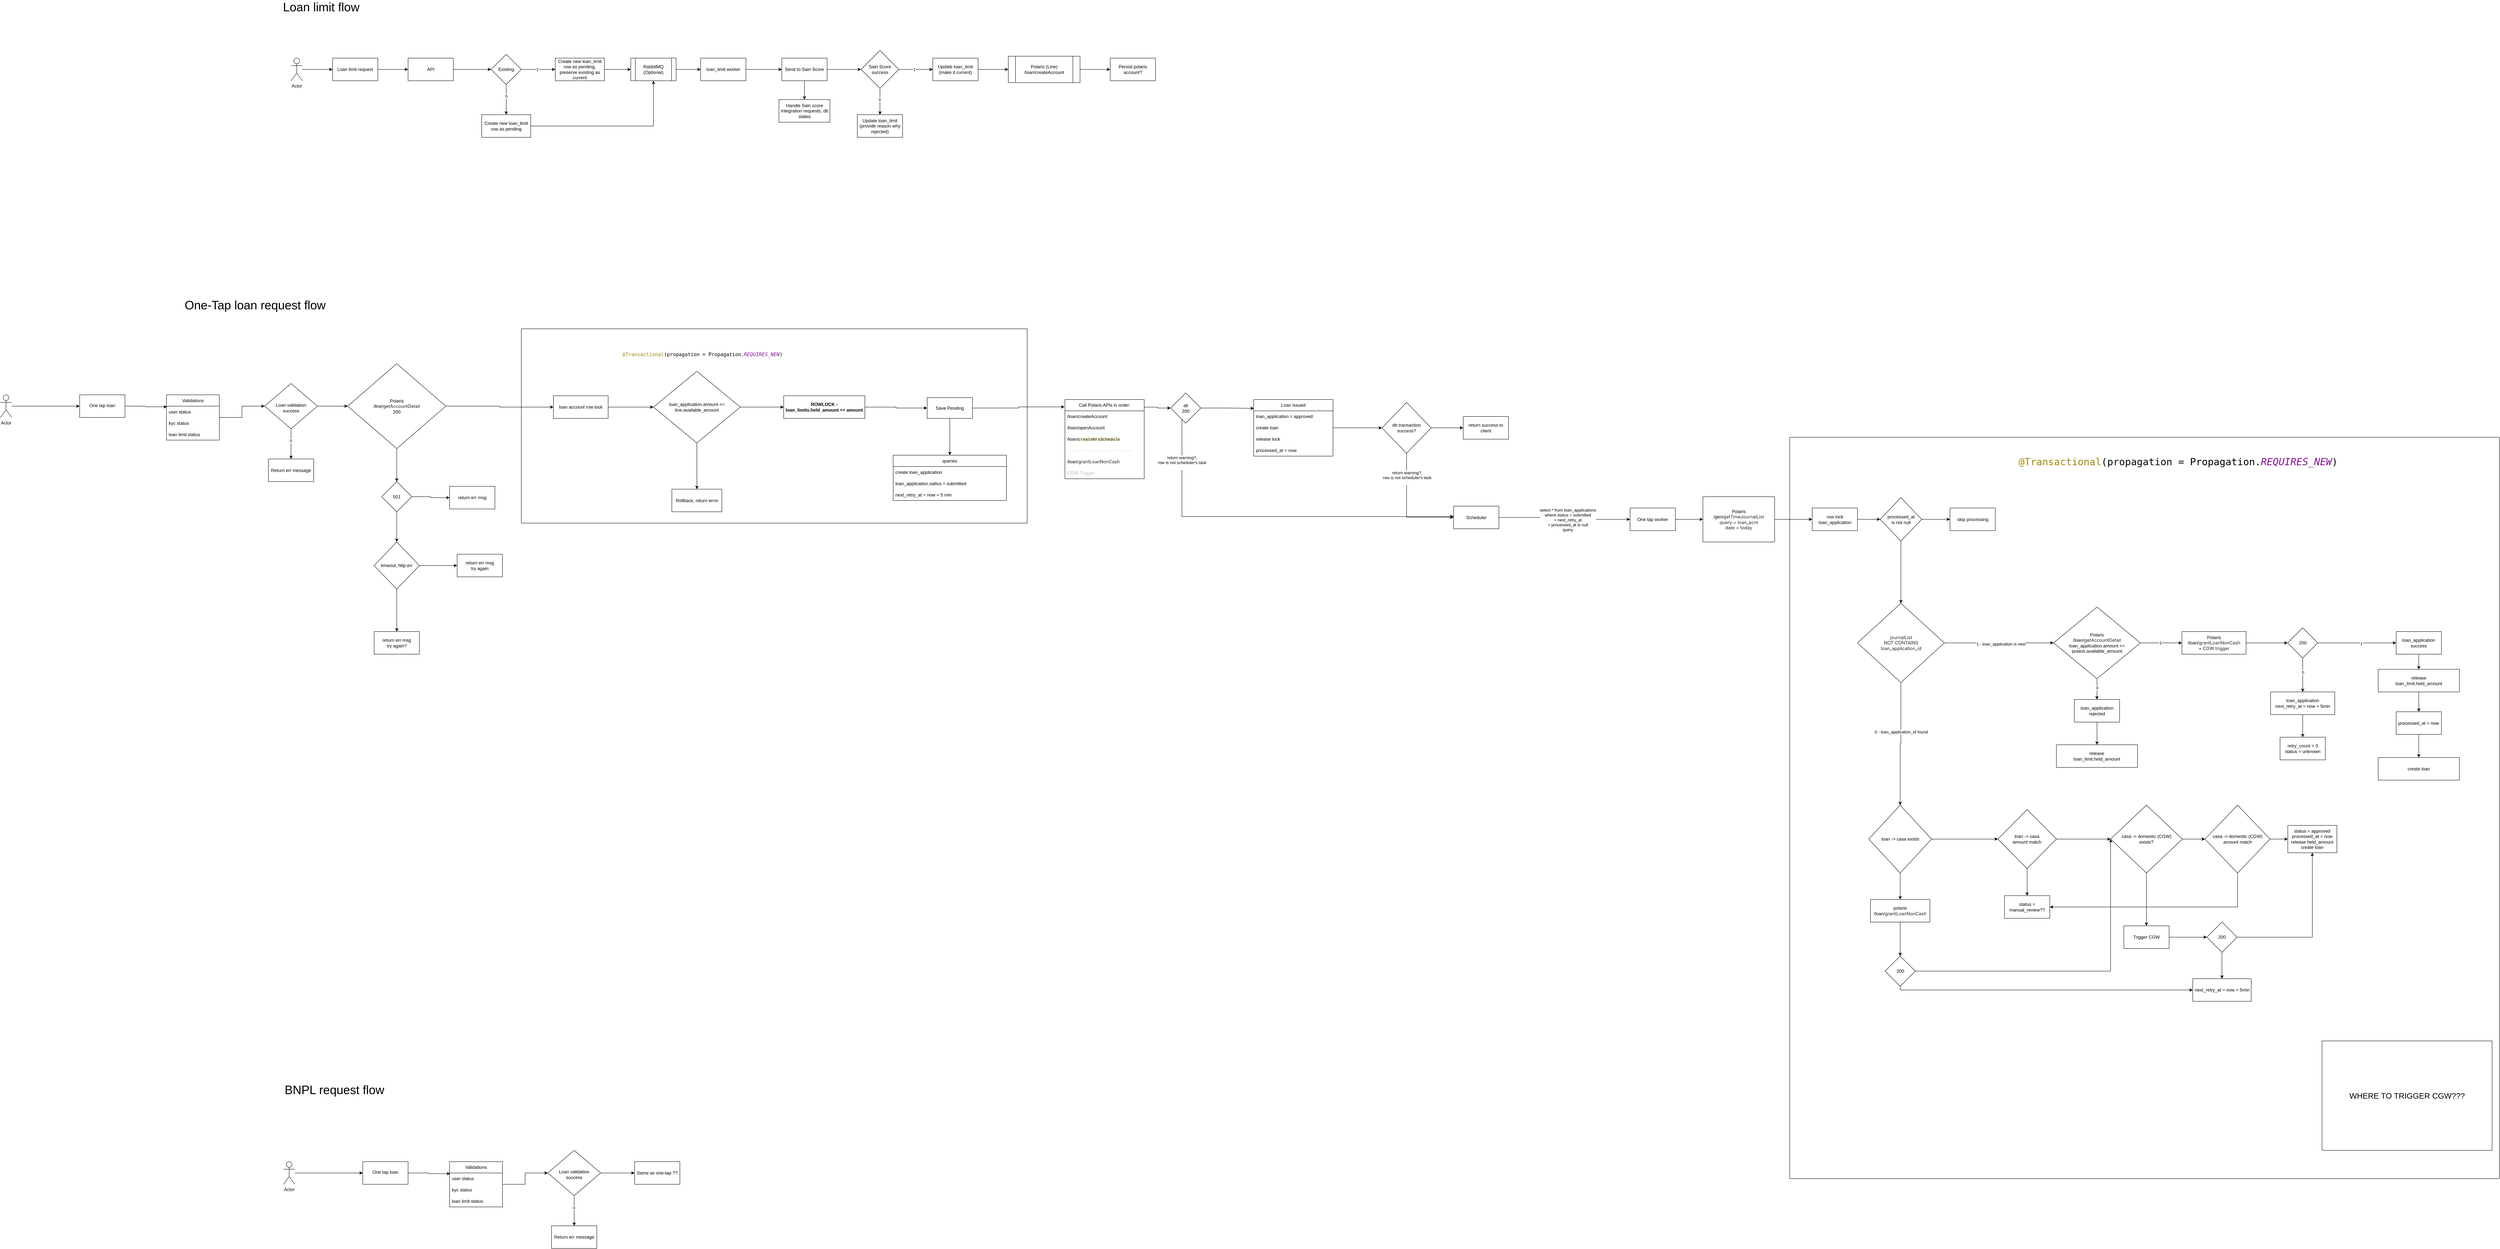
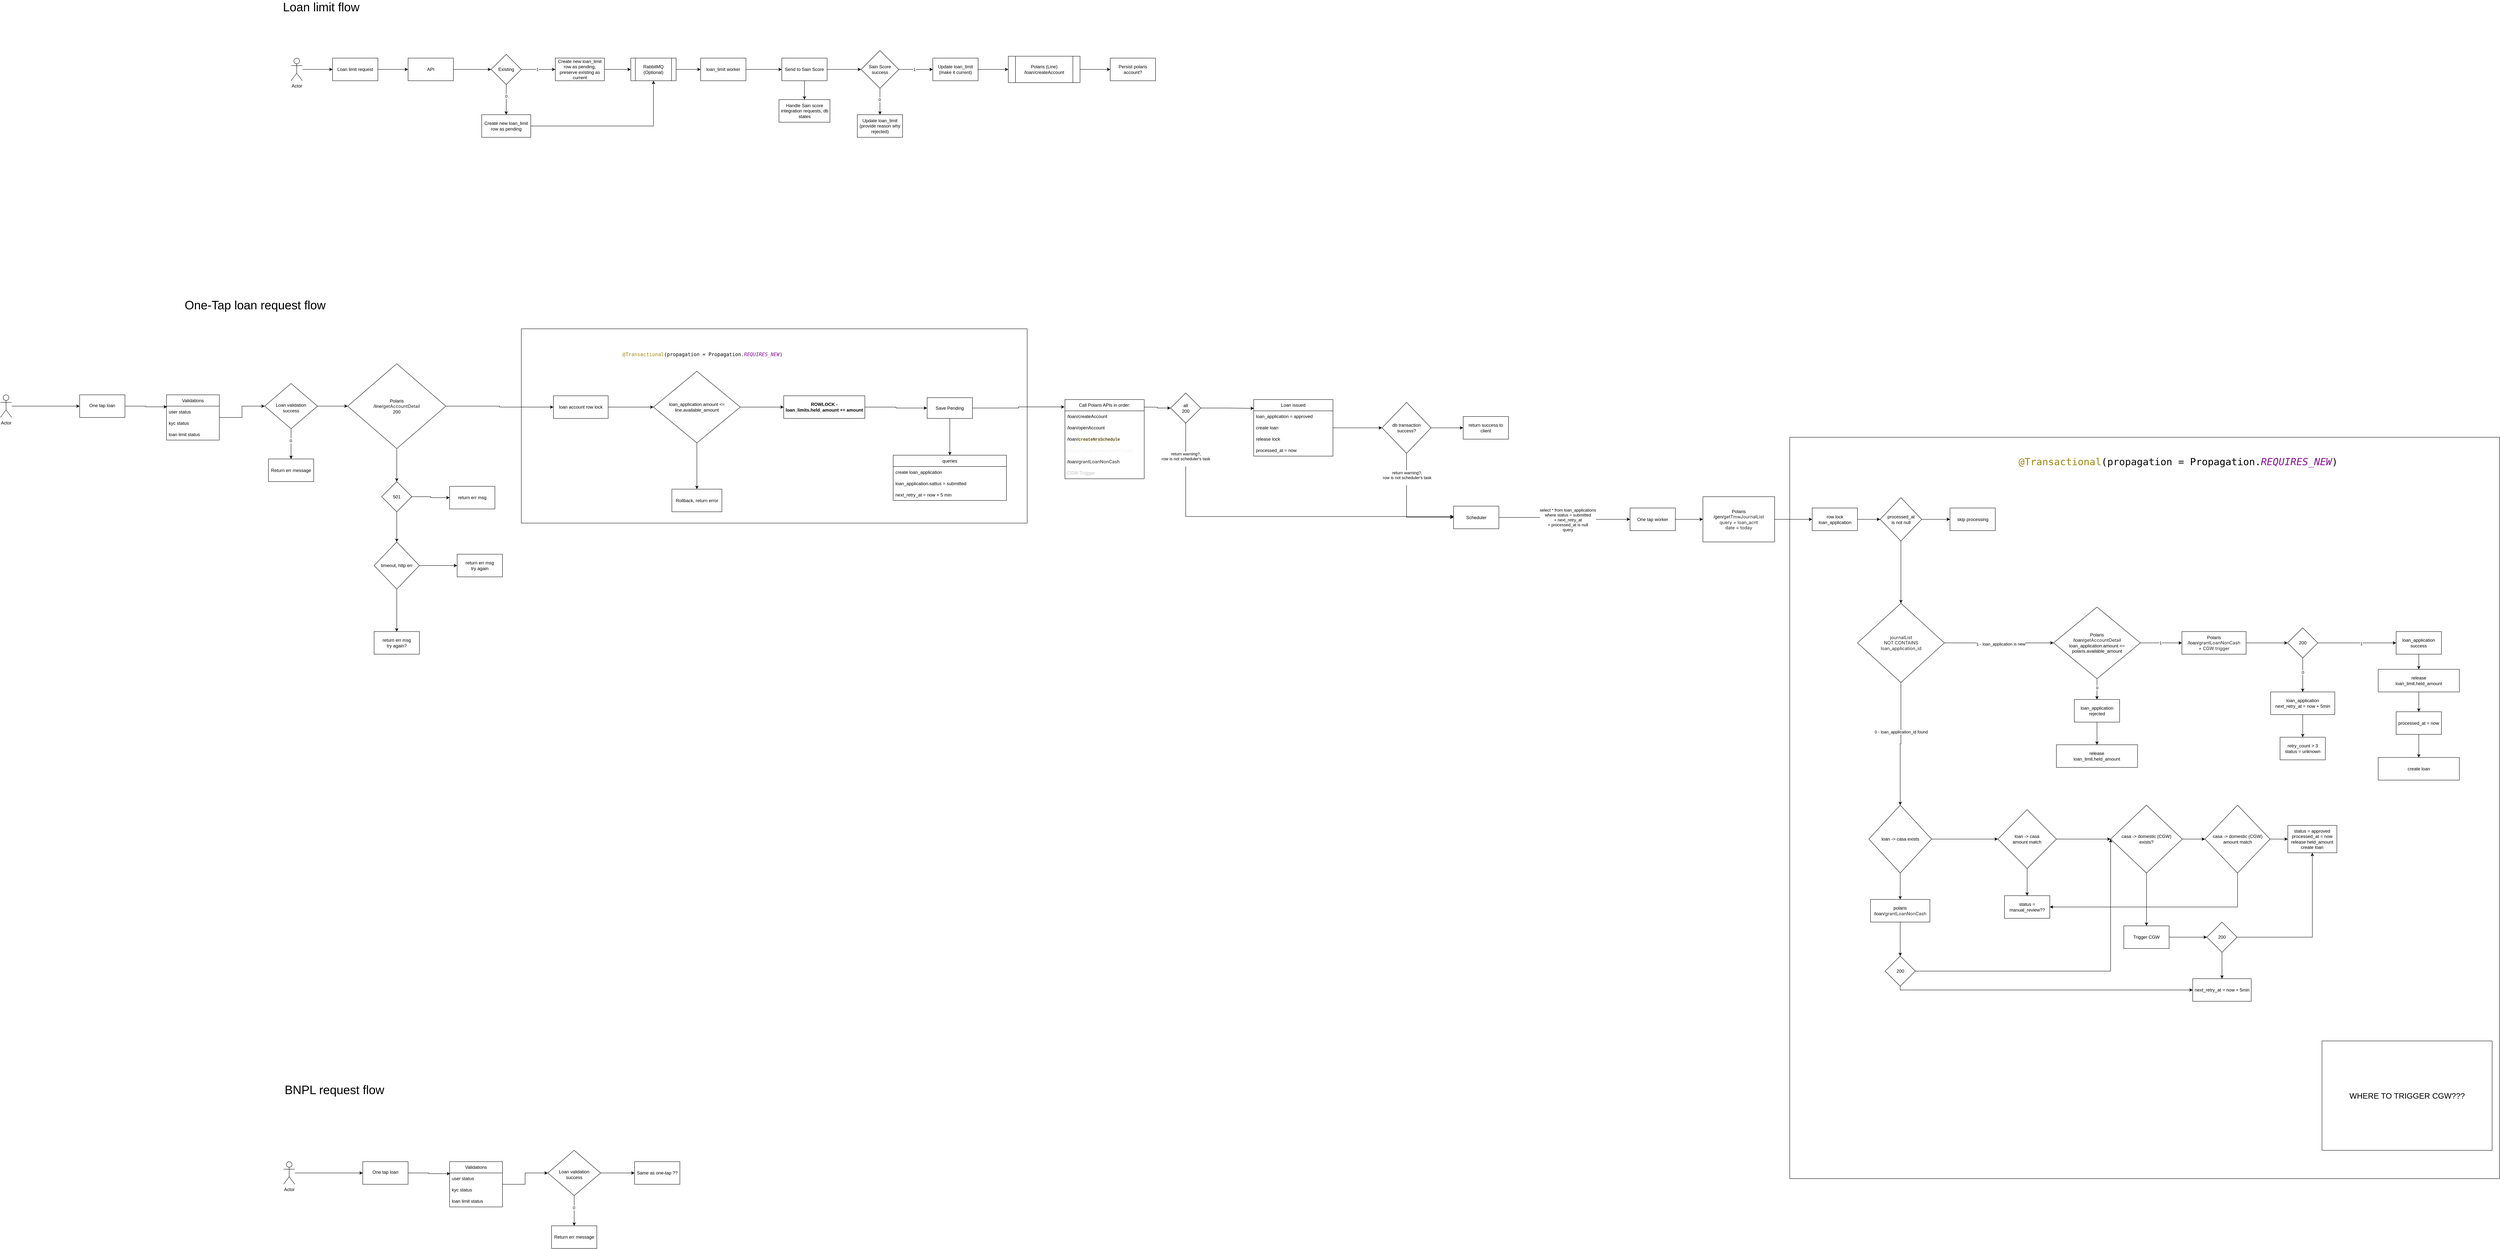
<mxfile host="app.diagrams.net">
  <diagram name="Page-1" id="VCBSuIh8bz7kurrQ0Zaz">
    <mxGraphModel dx="1966" dy="653" grid="1" gridSize="10" guides="1" tooltips="1" connect="1" arrows="1" fold="1" page="1" pageScale="1" pageWidth="850" pageHeight="1100" math="0" shadow="0">
      <root>
        <mxCell id="0" />
        <mxCell id="1" parent="0" />
        <mxCell id="In8fDh9ZLN2M87an2Miy-188" parent="1" style="rounded=0;whiteSpace=wrap;html=1;movable=0;resizable=0;rotatable=0;deletable=0;editable=0;locked=1;connectable=0;" value="" vertex="1">
          <mxGeometry height="1965" width="1880" x="4010" y="1215" as="geometry" />
        </mxCell>
        <mxCell id="In8fDh9ZLN2M87an2Miy-172" parent="1" style="rounded=0;whiteSpace=wrap;html=1;movable=1;resizable=1;rotatable=1;deletable=1;editable=1;locked=0;connectable=1;" value="" vertex="1">
          <mxGeometry height="515" width="1340" x="650" y="927.5" as="geometry" />
        </mxCell>
        <mxCell id="KqixbsF9o6dLofBvsG9t-5" edge="1" parent="1" source="KqixbsF9o6dLofBvsG9t-1" style="edgeStyle=orthogonalEdgeStyle;rounded=0;orthogonalLoop=1;jettySize=auto;html=1;" target="KqixbsF9o6dLofBvsG9t-4" value="">
          <mxGeometry relative="1" as="geometry" />
        </mxCell>
        <mxCell id="KqixbsF9o6dLofBvsG9t-1" parent="1" style="rounded=0;whiteSpace=wrap;html=1;" value="Loan limit request" vertex="1">
          <mxGeometry height="60" width="120" x="150" y="210" as="geometry" />
        </mxCell>
        <mxCell id="KqixbsF9o6dLofBvsG9t-3" edge="1" parent="1" source="KqixbsF9o6dLofBvsG9t-2" style="edgeStyle=orthogonalEdgeStyle;rounded=0;orthogonalLoop=1;jettySize=auto;html=1;" target="KqixbsF9o6dLofBvsG9t-1" value="">
          <mxGeometry relative="1" as="geometry" />
        </mxCell>
        <mxCell id="KqixbsF9o6dLofBvsG9t-2" parent="1" style="shape=umlActor;verticalLabelPosition=bottom;verticalAlign=top;html=1;outlineConnect=0;" value="Actor" vertex="1">
          <mxGeometry height="60" width="30" x="40" y="210" as="geometry" />
        </mxCell>
        <mxCell id="KqixbsF9o6dLofBvsG9t-9" edge="1" parent="1" source="KqixbsF9o6dLofBvsG9t-4" style="edgeStyle=orthogonalEdgeStyle;rounded=0;orthogonalLoop=1;jettySize=auto;html=1;" target="KqixbsF9o6dLofBvsG9t-8" value="">
          <mxGeometry relative="1" as="geometry" />
        </mxCell>
        <mxCell id="KqixbsF9o6dLofBvsG9t-4" parent="1" style="rounded=0;whiteSpace=wrap;html=1;" value="API" vertex="1">
          <mxGeometry height="60" width="120" x="350" y="210" as="geometry" />
        </mxCell>
        <mxCell id="KqixbsF9o6dLofBvsG9t-11" edge="1" parent="1" source="KqixbsF9o6dLofBvsG9t-8" style="edgeStyle=orthogonalEdgeStyle;rounded=0;orthogonalLoop=1;jettySize=auto;html=1;" target="KqixbsF9o6dLofBvsG9t-10" value="">
          <mxGeometry relative="1" as="geometry" />
        </mxCell>
        <mxCell id="KqixbsF9o6dLofBvsG9t-12" connectable="0" parent="KqixbsF9o6dLofBvsG9t-11" style="edgeLabel;html=1;align=center;verticalAlign=middle;resizable=0;points=[];" value="1" vertex="1">
          <mxGeometry relative="1" x="-0.079" as="geometry">
            <mxPoint as="offset" />
          </mxGeometry>
        </mxCell>
        <mxCell id="KqixbsF9o6dLofBvsG9t-14" edge="1" parent="1" source="KqixbsF9o6dLofBvsG9t-8" style="edgeStyle=orthogonalEdgeStyle;rounded=0;orthogonalLoop=1;jettySize=auto;html=1;" target="KqixbsF9o6dLofBvsG9t-13" value="">
          <mxGeometry relative="1" as="geometry" />
        </mxCell>
        <mxCell id="KqixbsF9o6dLofBvsG9t-15" connectable="0" parent="KqixbsF9o6dLofBvsG9t-14" style="edgeLabel;html=1;align=center;verticalAlign=middle;resizable=0;points=[];" value="0" vertex="1">
          <mxGeometry relative="1" x="-0.2407" as="geometry">
            <mxPoint as="offset" />
          </mxGeometry>
        </mxCell>
        <mxCell id="KqixbsF9o6dLofBvsG9t-8" parent="1" style="rhombus;whiteSpace=wrap;html=1;rounded=0;" value="Existing" vertex="1">
          <mxGeometry height="80" width="80" x="570" y="200" as="geometry" />
        </mxCell>
        <mxCell id="KqixbsF9o6dLofBvsG9t-23" edge="1" parent="1" source="KqixbsF9o6dLofBvsG9t-10" style="edgeStyle=orthogonalEdgeStyle;rounded=0;orthogonalLoop=1;jettySize=auto;html=1;" target="KqixbsF9o6dLofBvsG9t-22" value="">
          <mxGeometry relative="1" as="geometry" />
        </mxCell>
        <mxCell id="KqixbsF9o6dLofBvsG9t-10" parent="1" style="whiteSpace=wrap;html=1;rounded=0;" value="Create new loan_limit row as pending, preserve existing as current" vertex="1">
          <mxGeometry height="60" width="130" x="740" y="210" as="geometry" />
        </mxCell>
        <mxCell id="KqixbsF9o6dLofBvsG9t-26" edge="1" parent="1" source="KqixbsF9o6dLofBvsG9t-13" style="edgeStyle=orthogonalEdgeStyle;rounded=0;orthogonalLoop=1;jettySize=auto;html=1;entryX=0.5;entryY=1;entryDx=0;entryDy=0;" target="KqixbsF9o6dLofBvsG9t-22">
          <mxGeometry relative="1" as="geometry" />
        </mxCell>
        <mxCell id="KqixbsF9o6dLofBvsG9t-13" parent="1" style="whiteSpace=wrap;html=1;rounded=0;" value="Create new loan_limit row as pending" vertex="1">
          <mxGeometry height="60" width="130" x="545" y="360" as="geometry" />
        </mxCell>
        <mxCell id="KqixbsF9o6dLofBvsG9t-25" edge="1" parent="1" source="KqixbsF9o6dLofBvsG9t-22" style="edgeStyle=orthogonalEdgeStyle;rounded=0;orthogonalLoop=1;jettySize=auto;html=1;" target="KqixbsF9o6dLofBvsG9t-24" value="">
          <mxGeometry relative="1" as="geometry" />
        </mxCell>
        <mxCell id="KqixbsF9o6dLofBvsG9t-22" parent="1" style="shape=process;whiteSpace=wrap;html=1;backgroundOutline=1;rounded=0;" value="RabbitMQ (Optional)" vertex="1">
          <mxGeometry height="60" width="120" x="940" y="210" as="geometry" />
        </mxCell>
        <mxCell id="KqixbsF9o6dLofBvsG9t-28" edge="1" parent="1" source="KqixbsF9o6dLofBvsG9t-24" style="edgeStyle=orthogonalEdgeStyle;rounded=0;orthogonalLoop=1;jettySize=auto;html=1;" target="KqixbsF9o6dLofBvsG9t-27" value="">
          <mxGeometry relative="1" as="geometry" />
        </mxCell>
        <mxCell id="KqixbsF9o6dLofBvsG9t-24" parent="1" style="whiteSpace=wrap;html=1;rounded=0;" value="loan_limit worker" vertex="1">
          <mxGeometry height="60" width="120" x="1125" y="210" as="geometry" />
        </mxCell>
        <mxCell id="KqixbsF9o6dLofBvsG9t-30" edge="1" parent="1" source="KqixbsF9o6dLofBvsG9t-27" style="edgeStyle=orthogonalEdgeStyle;rounded=0;orthogonalLoop=1;jettySize=auto;html=1;" target="KqixbsF9o6dLofBvsG9t-29" value="">
          <mxGeometry relative="1" as="geometry" />
        </mxCell>
        <mxCell id="KqixbsF9o6dLofBvsG9t-38" edge="1" parent="1" source="KqixbsF9o6dLofBvsG9t-27" style="edgeStyle=orthogonalEdgeStyle;rounded=0;orthogonalLoop=1;jettySize=auto;html=1;" target="KqixbsF9o6dLofBvsG9t-37" value="">
          <mxGeometry relative="1" as="geometry" />
        </mxCell>
        <mxCell id="KqixbsF9o6dLofBvsG9t-27" parent="1" style="whiteSpace=wrap;html=1;rounded=0;" value="Send to Sain Score" vertex="1">
          <mxGeometry height="60" width="120" x="1340" y="210" as="geometry" />
        </mxCell>
        <mxCell id="KqixbsF9o6dLofBvsG9t-32" edge="1" parent="1" source="KqixbsF9o6dLofBvsG9t-29" style="edgeStyle=orthogonalEdgeStyle;rounded=0;orthogonalLoop=1;jettySize=auto;html=1;" target="KqixbsF9o6dLofBvsG9t-31" value="">
          <mxGeometry relative="1" as="geometry" />
        </mxCell>
        <mxCell id="KqixbsF9o6dLofBvsG9t-33" connectable="0" parent="KqixbsF9o6dLofBvsG9t-32" style="edgeLabel;html=1;align=center;verticalAlign=middle;resizable=0;points=[];" value="1" vertex="1">
          <mxGeometry relative="1" x="-0.1048" as="geometry">
            <mxPoint as="offset" />
          </mxGeometry>
        </mxCell>
        <mxCell id="KqixbsF9o6dLofBvsG9t-35" edge="1" parent="1" source="KqixbsF9o6dLofBvsG9t-29" style="edgeStyle=orthogonalEdgeStyle;rounded=0;orthogonalLoop=1;jettySize=auto;html=1;" target="KqixbsF9o6dLofBvsG9t-34" value="">
          <mxGeometry relative="1" as="geometry" />
        </mxCell>
        <mxCell id="KqixbsF9o6dLofBvsG9t-36" connectable="0" parent="KqixbsF9o6dLofBvsG9t-35" style="edgeLabel;html=1;align=center;verticalAlign=middle;resizable=0;points=[];" value="0" vertex="1">
          <mxGeometry relative="1" x="-0.1429" y="-1" as="geometry">
            <mxPoint as="offset" />
          </mxGeometry>
        </mxCell>
        <mxCell id="KqixbsF9o6dLofBvsG9t-29" parent="1" style="rhombus;whiteSpace=wrap;html=1;rounded=0;" value="Sain Score success" vertex="1">
          <mxGeometry height="100" width="100" x="1550" y="190" as="geometry" />
        </mxCell>
        <mxCell id="KqixbsF9o6dLofBvsG9t-66" edge="1" parent="1" source="KqixbsF9o6dLofBvsG9t-31" style="edgeStyle=orthogonalEdgeStyle;rounded=0;orthogonalLoop=1;jettySize=auto;html=1;" target="KqixbsF9o6dLofBvsG9t-65" value="">
          <mxGeometry relative="1" as="geometry" />
        </mxCell>
        <mxCell id="KqixbsF9o6dLofBvsG9t-31" parent="1" style="whiteSpace=wrap;html=1;rounded=0;" value="Update loan_limit (make it current)" vertex="1">
          <mxGeometry height="60" width="120" x="1740" y="210" as="geometry" />
        </mxCell>
        <mxCell id="KqixbsF9o6dLofBvsG9t-34" parent="1" style="whiteSpace=wrap;html=1;rounded=0;" value="Update loan_limit&lt;br&gt;(provide reason why rejected)" vertex="1">
          <mxGeometry height="60" width="120" x="1540" y="360" as="geometry" />
        </mxCell>
        <mxCell id="KqixbsF9o6dLofBvsG9t-37" parent="1" style="whiteSpace=wrap;html=1;rounded=0;" value="Handle Sain score integration requests, db states" vertex="1">
          <mxGeometry height="60" width="135" x="1332.5" y="320" as="geometry" />
        </mxCell>
        <mxCell id="KqixbsF9o6dLofBvsG9t-40" parent="1" style="text;html=1;whiteSpace=wrap;strokeColor=none;fillColor=none;align=center;verticalAlign=middle;rounded=0;fontSize=32;" value="Loan limit flow" vertex="1">
          <mxGeometry height="30" width="260" x="-10" y="60" as="geometry" />
        </mxCell>
        <mxCell id="KqixbsF9o6dLofBvsG9t-74" edge="1" parent="1" source="KqixbsF9o6dLofBvsG9t-65" style="edgeStyle=orthogonalEdgeStyle;rounded=0;orthogonalLoop=1;jettySize=auto;html=1;" target="KqixbsF9o6dLofBvsG9t-73" value="">
          <mxGeometry relative="1" as="geometry" />
        </mxCell>
        <mxCell id="KqixbsF9o6dLofBvsG9t-65" parent="1" style="shape=process;whiteSpace=wrap;html=1;backgroundOutline=1;rounded=0;" value="Polaris (Line)&lt;br&gt;/loan/createAccount" vertex="1">
          <mxGeometry height="70" width="190" x="1940" y="205" as="geometry" />
        </mxCell>
        <mxCell id="KqixbsF9o6dLofBvsG9t-73" parent="1" style="whiteSpace=wrap;html=1;rounded=0;" value="Persist polaris account?" vertex="1">
          <mxGeometry height="60" width="120" x="2210" y="210" as="geometry" />
        </mxCell>
        <mxCell id="U8Ajh8Gpa-m2DNKNFQys-1" parent="1" style="text;html=1;whiteSpace=wrap;strokeColor=none;fillColor=none;align=center;verticalAlign=middle;rounded=0;fontSize=32;" value="One-Tap loan request flow" vertex="1">
          <mxGeometry height="30" width="470" x="-290" y="850" as="geometry" />
        </mxCell>
        <mxCell id="In8fDh9ZLN2M87an2Miy-1" edge="1" parent="1" source="In8fDh9ZLN2M87an2Miy-2" style="edgeStyle=orthogonalEdgeStyle;rounded=0;orthogonalLoop=1;jettySize=auto;html=1;" target="In8fDh9ZLN2M87an2Miy-4" value="">
          <mxGeometry relative="1" as="geometry" />
        </mxCell>
        <mxCell id="In8fDh9ZLN2M87an2Miy-2" parent="1" style="shape=umlActor;verticalLabelPosition=bottom;verticalAlign=top;html=1;outlineConnect=0;" value="Actor" vertex="1">
          <mxGeometry height="60" width="30" x="-730" y="1102.5" as="geometry" />
        </mxCell>
        <mxCell id="In8fDh9ZLN2M87an2Miy-3" edge="1" parent="1" source="In8fDh9ZLN2M87an2Miy-4" style="edgeStyle=orthogonalEdgeStyle;rounded=0;orthogonalLoop=1;jettySize=auto;html=1;entryX=0.011;entryY=0.06;entryDx=0;entryDy=0;entryPerimeter=0;" target="In8fDh9ZLN2M87an2Miy-28" value="">
          <mxGeometry relative="1" as="geometry">
            <mxPoint x="-310" y="1132.5" as="targetPoint" />
          </mxGeometry>
        </mxCell>
        <mxCell id="In8fDh9ZLN2M87an2Miy-4" parent="1" style="whiteSpace=wrap;html=1;verticalAlign=top;" value="&lt;div&gt;&lt;br&gt;&lt;/div&gt;&lt;div&gt;One tap loan&lt;/div&gt;" vertex="1">
          <mxGeometry height="60" width="120" x="-520" y="1102.5" as="geometry" />
        </mxCell>
        <mxCell id="In8fDh9ZLN2M87an2Miy-7" edge="1" parent="1" source="In8fDh9ZLN2M87an2Miy-9" style="edgeStyle=orthogonalEdgeStyle;rounded=0;orthogonalLoop=1;jettySize=auto;html=1;" target="In8fDh9ZLN2M87an2Miy-13" value="">
          <mxGeometry relative="1" as="geometry" />
        </mxCell>
        <mxCell id="In8fDh9ZLN2M87an2Miy-8" connectable="0" parent="In8fDh9ZLN2M87an2Miy-7" style="edgeLabel;html=1;align=center;verticalAlign=middle;resizable=0;points=[];" value="0" vertex="1">
          <mxGeometry relative="1" x="-0.2091" y="-1" as="geometry">
            <mxPoint as="offset" />
          </mxGeometry>
        </mxCell>
        <mxCell id="In8fDh9ZLN2M87an2Miy-230" edge="1" parent="1" source="In8fDh9ZLN2M87an2Miy-9" style="edgeStyle=orthogonalEdgeStyle;rounded=0;orthogonalLoop=1;jettySize=auto;html=1;" target="In8fDh9ZLN2M87an2Miy-228">
          <mxGeometry relative="1" as="geometry" />
        </mxCell>
        <mxCell id="In8fDh9ZLN2M87an2Miy-9" parent="1" style="rhombus;whiteSpace=wrap;html=1;verticalAlign=top;" value="&lt;br&gt;&lt;br&gt;&lt;div&gt;&lt;br&gt;&lt;/div&gt;&lt;div&gt;Loan validation&lt;br&gt;success&lt;/div&gt;" vertex="1">
          <mxGeometry height="120" width="140" x="-30" y="1072.5" as="geometry" />
        </mxCell>
        <mxCell id="In8fDh9ZLN2M87an2Miy-10" edge="1" parent="1" source="In8fDh9ZLN2M87an2Miy-12" style="edgeStyle=orthogonalEdgeStyle;rounded=0;orthogonalLoop=1;jettySize=auto;html=1;entryX=0.5;entryY=0;entryDx=0;entryDy=0;" target="In8fDh9ZLN2M87an2Miy-14">
          <mxGeometry relative="1" as="geometry" />
        </mxCell>
        <mxCell id="In8fDh9ZLN2M87an2Miy-54" edge="1" parent="1" source="In8fDh9ZLN2M87an2Miy-105" style="edgeStyle=orthogonalEdgeStyle;rounded=0;orthogonalLoop=1;jettySize=auto;html=1;exitX=1;exitY=0.5;exitDx=0;exitDy=0;" target="In8fDh9ZLN2M87an2Miy-53" value="">
          <mxGeometry relative="1" as="geometry">
            <mxPoint x="3329.5" y="1432.5" as="sourcePoint" />
          </mxGeometry>
        </mxCell>
        <mxCell id="In8fDh9ZLN2M87an2Miy-55" connectable="0" parent="In8fDh9ZLN2M87an2Miy-54" style="edgeLabel;html=1;align=center;verticalAlign=middle;resizable=0;points=[];" value="select * from loan_applications&lt;br&gt;where status = submitted&lt;br&gt;+ next_retry_at&lt;br&gt;+ processed_at is null&lt;br&gt;query" vertex="1">
          <mxGeometry relative="1" x="0.0637" y="-1" as="geometry">
            <mxPoint as="offset" />
          </mxGeometry>
        </mxCell>
        <mxCell id="In8fDh9ZLN2M87an2Miy-246" edge="1" parent="1" source="In8fDh9ZLN2M87an2Miy-12" style="edgeStyle=orthogonalEdgeStyle;rounded=0;orthogonalLoop=1;jettySize=auto;html=1;entryX=-0.006;entryY=0.093;entryDx=0;entryDy=0;entryPerimeter=0;" target="In8fDh9ZLN2M87an2Miy-247">
          <mxGeometry relative="1" as="geometry">
            <mxPoint x="2090" y="1137.5" as="targetPoint" />
          </mxGeometry>
        </mxCell>
        <mxCell id="In8fDh9ZLN2M87an2Miy-12" parent="1" style="whiteSpace=wrap;html=1;verticalAlign=middle;" value="Save Pending" vertex="1">
          <mxGeometry height="55" width="120" x="1725" y="1110" as="geometry" />
        </mxCell>
        <mxCell id="In8fDh9ZLN2M87an2Miy-13" parent="1" style="whiteSpace=wrap;html=1;verticalAlign=middle;" value="Return err message" vertex="1">
          <mxGeometry height="60" width="120" x="-20" y="1272.5" as="geometry" />
        </mxCell>
        <mxCell id="In8fDh9ZLN2M87an2Miy-14" parent="1" style="swimlane;fontStyle=0;childLayout=stackLayout;horizontal=1;startSize=30;horizontalStack=0;resizeParent=1;resizeParentMax=0;resizeLast=0;collapsible=1;marginBottom=0;whiteSpace=wrap;html=1;" value="queries" vertex="1">
          <mxGeometry height="120" width="300" x="1635" y="1262.5" as="geometry" />
        </mxCell>
        <mxCell id="In8fDh9ZLN2M87an2Miy-15" parent="In8fDh9ZLN2M87an2Miy-14" style="text;strokeColor=none;fillColor=none;align=left;verticalAlign=middle;spacingLeft=4;spacingRight=4;overflow=hidden;points=[[0,0.5],[1,0.5]];portConstraint=eastwest;rotatable=0;whiteSpace=wrap;html=1;" value="create loan_application" vertex="1">
          <mxGeometry height="30" width="300" y="30" as="geometry" />
        </mxCell>
        <mxCell id="In8fDh9ZLN2M87an2Miy-104" parent="In8fDh9ZLN2M87an2Miy-14" style="text;strokeColor=none;fillColor=none;align=left;verticalAlign=middle;spacingLeft=4;spacingRight=4;overflow=hidden;points=[[0,0.5],[1,0.5]];portConstraint=eastwest;rotatable=0;whiteSpace=wrap;html=1;" value="loan_application.sattus = submitted" vertex="1">
          <mxGeometry height="30" width="300" y="60" as="geometry" />
        </mxCell>
        <mxCell id="In8fDh9ZLN2M87an2Miy-17" parent="In8fDh9ZLN2M87an2Miy-14" style="text;strokeColor=none;fillColor=none;align=left;verticalAlign=middle;spacingLeft=4;spacingRight=4;overflow=hidden;points=[[0,0.5],[1,0.5]];portConstraint=eastwest;rotatable=0;whiteSpace=wrap;html=1;" value="next_retry_at = now + 5 min" vertex="1">
          <mxGeometry height="30" width="300" y="90" as="geometry" />
        </mxCell>
        <mxCell id="In8fDh9ZLN2M87an2Miy-32" edge="1" parent="1" source="In8fDh9ZLN2M87an2Miy-27" style="edgeStyle=orthogonalEdgeStyle;rounded=0;orthogonalLoop=1;jettySize=auto;html=1;entryX=0;entryY=0.5;entryDx=0;entryDy=0;" target="In8fDh9ZLN2M87an2Miy-9">
          <mxGeometry relative="1" as="geometry" />
        </mxCell>
        <mxCell id="In8fDh9ZLN2M87an2Miy-27" parent="1" style="swimlane;fontStyle=0;childLayout=stackLayout;horizontal=1;startSize=30;horizontalStack=0;resizeParent=1;resizeParentMax=0;resizeLast=0;collapsible=1;marginBottom=0;whiteSpace=wrap;html=1;" value="Validations" vertex="1">
          <mxGeometry height="120" width="140" x="-290" y="1102.5" as="geometry" />
        </mxCell>
        <mxCell id="In8fDh9ZLN2M87an2Miy-28" parent="In8fDh9ZLN2M87an2Miy-27" style="text;strokeColor=none;fillColor=none;align=left;verticalAlign=middle;spacingLeft=4;spacingRight=4;overflow=hidden;points=[[0,0.5],[1,0.5]];portConstraint=eastwest;rotatable=0;whiteSpace=wrap;html=1;" value="user status" vertex="1">
          <mxGeometry height="30" width="140" y="30" as="geometry" />
        </mxCell>
        <mxCell id="In8fDh9ZLN2M87an2Miy-29" parent="In8fDh9ZLN2M87an2Miy-27" style="text;strokeColor=none;fillColor=none;align=left;verticalAlign=middle;spacingLeft=4;spacingRight=4;overflow=hidden;points=[[0,0.5],[1,0.5]];portConstraint=eastwest;rotatable=0;whiteSpace=wrap;html=1;" value="kyc status" vertex="1">
          <mxGeometry height="30" width="140" y="60" as="geometry" />
        </mxCell>
        <mxCell id="In8fDh9ZLN2M87an2Miy-33" parent="In8fDh9ZLN2M87an2Miy-27" style="text;strokeColor=none;fillColor=none;align=left;verticalAlign=middle;spacingLeft=4;spacingRight=4;overflow=hidden;points=[[0,0.5],[1,0.5]];portConstraint=eastwest;rotatable=0;whiteSpace=wrap;html=1;" value="loan limit status" vertex="1">
          <mxGeometry height="30" width="140" y="90" as="geometry" />
        </mxCell>
        <mxCell id="In8fDh9ZLN2M87an2Miy-116" edge="1" parent="1" source="In8fDh9ZLN2M87an2Miy-53" style="edgeStyle=orthogonalEdgeStyle;rounded=0;orthogonalLoop=1;jettySize=auto;html=1;entryX=0;entryY=0.5;entryDx=0;entryDy=0;" target="In8fDh9ZLN2M87an2Miy-68">
          <mxGeometry relative="1" as="geometry" />
        </mxCell>
        <mxCell id="In8fDh9ZLN2M87an2Miy-53" parent="1" style="whiteSpace=wrap;html=1;" value="One tap worker" vertex="1">
          <mxGeometry height="60" width="120" x="3587" y="1402.5" as="geometry" />
        </mxCell>
        <mxCell id="In8fDh9ZLN2M87an2Miy-67" edge="1" parent="1" source="In8fDh9ZLN2M87an2Miy-58" style="edgeStyle=orthogonalEdgeStyle;rounded=0;orthogonalLoop=1;jettySize=auto;html=1;entryX=0;entryY=0.5;entryDx=0;entryDy=0;" target="In8fDh9ZLN2M87an2Miy-66" value="">
          <mxGeometry relative="1" as="geometry">
            <mxPoint x="5343.87" y="1760" as="targetPoint" />
          </mxGeometry>
        </mxCell>
        <mxCell id="In8fDh9ZLN2M87an2Miy-58" parent="1" style="whiteSpace=wrap;html=1;" value="Polaris /loan/&lt;span style=&quot;color: rgb(33, 33, 33); font-family: Inter, system-ui, -apple-system, &amp;quot;system-ui&amp;quot;, &amp;quot;Segoe UI&amp;quot;, Roboto, Oxygen, Ubuntu, Cantarell, &amp;quot;Fira Sans&amp;quot;, &amp;quot;Droid Sans&amp;quot;, Helvetica, Arial, sans-serif; text-align: left; white-space: pre-wrap; background-color: rgb(255, 255, 255);&quot;&gt;grantLoanNonCash&lt;br/&gt;+ CGW trigger&lt;/span&gt;" vertex="1">
          <mxGeometry height="60" width="170" x="5048.87" y="1730" as="geometry" />
        </mxCell>
        <mxCell id="In8fDh9ZLN2M87an2Miy-62" edge="1" parent="1" source="In8fDh9ZLN2M87an2Miy-59" style="edgeStyle=orthogonalEdgeStyle;rounded=0;orthogonalLoop=1;jettySize=auto;html=1;" target="In8fDh9ZLN2M87an2Miy-61" value="">
          <mxGeometry relative="1" as="geometry" />
        </mxCell>
        <mxCell id="In8fDh9ZLN2M87an2Miy-91" connectable="0" parent="In8fDh9ZLN2M87an2Miy-62" style="edgeLabel;html=1;align=center;verticalAlign=middle;resizable=0;points=[];" value="0" vertex="1">
          <mxGeometry relative="1" x="-0.1431" as="geometry">
            <mxPoint as="offset" />
          </mxGeometry>
        </mxCell>
        <mxCell id="In8fDh9ZLN2M87an2Miy-65" edge="1" parent="1" source="In8fDh9ZLN2M87an2Miy-59" style="edgeStyle=orthogonalEdgeStyle;rounded=0;orthogonalLoop=1;jettySize=auto;html=1;" target="In8fDh9ZLN2M87an2Miy-58">
          <mxGeometry relative="1" as="geometry" />
        </mxCell>
        <mxCell id="In8fDh9ZLN2M87an2Miy-90" connectable="0" parent="In8fDh9ZLN2M87an2Miy-65" style="edgeLabel;html=1;align=center;verticalAlign=middle;resizable=0;points=[];" value="1" vertex="1">
          <mxGeometry relative="1" x="-0.0451" as="geometry">
            <mxPoint as="offset" />
          </mxGeometry>
        </mxCell>
        <mxCell id="In8fDh9ZLN2M87an2Miy-59" parent="1" style="rhombus;whiteSpace=wrap;html=1;" value="Polaris&lt;br&gt;/loan/&lt;span style=&quot;color: rgb(33, 33, 33); font-family: Inter, system-ui, -apple-system, &amp;quot;system-ui&amp;quot;, &amp;quot;Segoe UI&amp;quot;, Roboto, Oxygen, Ubuntu, Cantarell, &amp;quot;Fira Sans&amp;quot;, &amp;quot;Droid Sans&amp;quot;, Helvetica, Arial, sans-serif; text-align: left; white-space: pre-wrap; background-color: rgb(255, 255, 255);&quot;&gt;getAccountDetail&lt;/span&gt;&lt;br&gt;loan_application.amount &amp;lt;= polaris.available_amount" vertex="1">
          <mxGeometry height="190" width="230" x="4708.87" y="1665" as="geometry" />
        </mxCell>
        <mxCell id="In8fDh9ZLN2M87an2Miy-64" edge="1" parent="1" source="In8fDh9ZLN2M87an2Miy-61" style="edgeStyle=orthogonalEdgeStyle;rounded=0;orthogonalLoop=1;jettySize=auto;html=1;" target="In8fDh9ZLN2M87an2Miy-63" value="">
          <mxGeometry relative="1" as="geometry" />
        </mxCell>
        <mxCell id="In8fDh9ZLN2M87an2Miy-61" parent="1" style="whiteSpace=wrap;html=1;" value="loan_application&lt;br&gt;rejected" vertex="1">
          <mxGeometry height="60" width="120" x="4763.87" y="1910" as="geometry" />
        </mxCell>
        <mxCell id="In8fDh9ZLN2M87an2Miy-63" parent="1" style="whiteSpace=wrap;html=1;" value="release &lt;br&gt;loan_limit.held_amount" vertex="1">
          <mxGeometry height="60" width="215" x="4716.37" y="2030" as="geometry" />
        </mxCell>
        <mxCell id="In8fDh9ZLN2M87an2Miy-81" edge="1" parent="1" source="In8fDh9ZLN2M87an2Miy-66" style="edgeStyle=orthogonalEdgeStyle;rounded=0;orthogonalLoop=1;jettySize=auto;html=1;entryX=0;entryY=0.5;entryDx=0;entryDy=0;" target="In8fDh9ZLN2M87an2Miy-79">
          <mxGeometry relative="1" as="geometry" />
        </mxCell>
        <mxCell id="In8fDh9ZLN2M87an2Miy-92" connectable="0" parent="In8fDh9ZLN2M87an2Miy-81" style="edgeLabel;html=1;align=center;verticalAlign=middle;resizable=0;points=[];" value="1" vertex="1">
          <mxGeometry relative="1" x="0.1055" y="-2" as="geometry">
            <mxPoint as="offset" />
          </mxGeometry>
        </mxCell>
        <mxCell id="In8fDh9ZLN2M87an2Miy-83" edge="1" parent="1" source="In8fDh9ZLN2M87an2Miy-66" style="edgeStyle=orthogonalEdgeStyle;rounded=0;orthogonalLoop=1;jettySize=auto;html=1;" target="In8fDh9ZLN2M87an2Miy-82" value="">
          <mxGeometry relative="1" as="geometry" />
        </mxCell>
        <mxCell id="In8fDh9ZLN2M87an2Miy-93" connectable="0" parent="In8fDh9ZLN2M87an2Miy-83" style="edgeLabel;html=1;align=center;verticalAlign=middle;resizable=0;points=[];" value="0" vertex="1">
          <mxGeometry relative="1" x="-0.1623" as="geometry">
            <mxPoint as="offset" />
          </mxGeometry>
        </mxCell>
        <mxCell id="In8fDh9ZLN2M87an2Miy-66" parent="1" style="rhombus;whiteSpace=wrap;html=1;" value="200" vertex="1">
          <mxGeometry height="80" width="80" x="5328.87" y="1720" as="geometry" />
        </mxCell>
        <mxCell id="In8fDh9ZLN2M87an2Miy-119" edge="1" parent="1" source="In8fDh9ZLN2M87an2Miy-68" style="edgeStyle=orthogonalEdgeStyle;rounded=0;orthogonalLoop=1;jettySize=auto;html=1;" target="In8fDh9ZLN2M87an2Miy-118" value="">
          <mxGeometry relative="1" as="geometry" />
        </mxCell>
        <mxCell id="In8fDh9ZLN2M87an2Miy-68" parent="1" style="whiteSpace=wrap;html=1;" value="Polaris&lt;br&gt;/gen/&lt;span style=&quot;white-space: pre-wrap; color: rgb(33, 33, 33); font-family: Inter, system-ui, -apple-system, &amp;quot;system-ui&amp;quot;, &amp;quot;Segoe UI&amp;quot;, Roboto, Oxygen, Ubuntu, Cantarell, &amp;quot;Fira Sans&amp;quot;, &amp;quot;Droid Sans&amp;quot;, Helvetica, Arial, sans-serif; text-align: left; background-color: rgb(255, 255, 255);&quot;&gt;getTmwJournalList&lt;br&gt;query = loan_acnt&lt;br/&gt;date = today&lt;/span&gt;" vertex="1">
          <mxGeometry height="120" width="190" x="3780" y="1372.5" as="geometry" />
        </mxCell>
        <mxCell id="In8fDh9ZLN2M87an2Miy-71" edge="1" parent="1" source="In8fDh9ZLN2M87an2Miy-69" style="edgeStyle=orthogonalEdgeStyle;rounded=0;orthogonalLoop=1;jettySize=auto;html=1;entryX=0;entryY=0.5;entryDx=0;entryDy=0;" target="In8fDh9ZLN2M87an2Miy-59">
          <mxGeometry relative="1" as="geometry" />
        </mxCell>
        <mxCell id="In8fDh9ZLN2M87an2Miy-77" connectable="0" parent="In8fDh9ZLN2M87an2Miy-71" style="edgeLabel;html=1;align=center;verticalAlign=middle;resizable=0;points=[];" value="1 - loan_application is new" vertex="1">
          <mxGeometry relative="1" x="0.0312" y="-3" as="geometry">
            <mxPoint as="offset" />
          </mxGeometry>
        </mxCell>
        <mxCell id="In8fDh9ZLN2M87an2Miy-73" edge="1" parent="1" source="In8fDh9ZLN2M87an2Miy-69" style="edgeStyle=orthogonalEdgeStyle;rounded=0;orthogonalLoop=1;jettySize=auto;html=1;entryX=0.5;entryY=0;entryDx=0;entryDy=0;" target="In8fDh9ZLN2M87an2Miy-111" value="">
          <mxGeometry relative="1" as="geometry">
            <mxPoint x="4303.87" y="1960" as="targetPoint" />
          </mxGeometry>
        </mxCell>
        <mxCell id="In8fDh9ZLN2M87an2Miy-74" connectable="0" parent="In8fDh9ZLN2M87an2Miy-73" style="edgeLabel;html=1;align=center;verticalAlign=middle;resizable=0;points=[];" value="0 - loan_application_id found" vertex="1">
          <mxGeometry relative="1" x="-0.1975" as="geometry">
            <mxPoint as="offset" />
          </mxGeometry>
        </mxCell>
        <mxCell id="In8fDh9ZLN2M87an2Miy-69" parent="1" style="rhombus;whiteSpace=wrap;html=1;verticalAlign=middle;" value="&lt;div style=&quot;text-align: center;&quot;&gt;&lt;span style=&quot;background-color: light-dark(rgb(255, 255, 255), rgb(18, 18, 18)); color: light-dark(rgb(33, 33, 33), rgb(209, 209, 209)); font-family: Inter, system-ui, -apple-system, &amp;quot;system-ui&amp;quot;, &amp;quot;Segoe UI&amp;quot;, Roboto, Oxygen, Ubuntu, Cantarell, &amp;quot;Fira Sans&amp;quot;, &amp;quot;Droid Sans&amp;quot;, Helvetica, Arial, sans-serif; text-align: left; white-space: pre-wrap;&quot;&gt;journalList&lt;br&gt;NOT CONTAINS&lt;/span&gt;&lt;/div&gt;&lt;span style=&quot;white-space: pre-wrap; color: rgb(33, 33, 33); font-family: Inter, system-ui, -apple-system, &amp;quot;system-ui&amp;quot;, &amp;quot;Segoe UI&amp;quot;, Roboto, Oxygen, Ubuntu, Cantarell, &amp;quot;Fira Sans&amp;quot;, &amp;quot;Droid Sans&amp;quot;, Helvetica, Arial, sans-serif; text-align: left; background-color: rgb(255, 255, 255);&quot;&gt;loan_application_id&lt;/span&gt;" vertex="1">
          <mxGeometry height="210" width="230" x="4189.5" y="1655" as="geometry" />
        </mxCell>
        <mxCell id="In8fDh9ZLN2M87an2Miy-78" edge="1" parent="1" source="In8fDh9ZLN2M87an2Miy-79" style="edgeStyle=orthogonalEdgeStyle;rounded=0;orthogonalLoop=1;jettySize=auto;html=1;" target="In8fDh9ZLN2M87an2Miy-80" value="">
          <mxGeometry relative="1" as="geometry" />
        </mxCell>
        <mxCell id="In8fDh9ZLN2M87an2Miy-79" parent="1" style="whiteSpace=wrap;html=1;" value="loan_application&lt;br&gt;success" vertex="1">
          <mxGeometry height="60" width="120" x="5616.37" y="1730" as="geometry" />
        </mxCell>
        <mxCell id="In8fDh9ZLN2M87an2Miy-132" edge="1" parent="1" source="In8fDh9ZLN2M87an2Miy-80" style="edgeStyle=orthogonalEdgeStyle;rounded=0;orthogonalLoop=1;jettySize=auto;html=1;" target="In8fDh9ZLN2M87an2Miy-131" value="">
          <mxGeometry relative="1" as="geometry" />
        </mxCell>
        <mxCell id="In8fDh9ZLN2M87an2Miy-80" parent="1" style="whiteSpace=wrap;html=1;" value="release &lt;br&gt;loan_limit.held_amount" vertex="1">
          <mxGeometry height="60" width="215" x="5568.87" y="1830" as="geometry" />
        </mxCell>
        <mxCell id="In8fDh9ZLN2M87an2Miy-95" edge="1" parent="1" source="In8fDh9ZLN2M87an2Miy-82" style="edgeStyle=orthogonalEdgeStyle;rounded=0;orthogonalLoop=1;jettySize=auto;html=1;" target="In8fDh9ZLN2M87an2Miy-94" value="">
          <mxGeometry relative="1" as="geometry" />
        </mxCell>
        <mxCell id="In8fDh9ZLN2M87an2Miy-82" parent="1" style="whiteSpace=wrap;html=1;" value="loan_application&lt;br&gt;next_retry_at = now + 5min" vertex="1">
          <mxGeometry height="60" width="170" x="5283.87" y="1890" as="geometry" />
        </mxCell>
        <mxCell id="In8fDh9ZLN2M87an2Miy-88" parent="1" style="whiteSpace=wrap;html=1;" value="create loan" vertex="1">
          <mxGeometry height="60" width="215" x="5568.87" y="2063.75" as="geometry" />
        </mxCell>
        <mxCell id="In8fDh9ZLN2M87an2Miy-94" parent="1" style="whiteSpace=wrap;html=1;" value="retry_count &amp;gt; 3&lt;br&gt;status = unknown" vertex="1">
          <mxGeometry height="60" width="120" x="5308.87" y="2010" as="geometry" />
        </mxCell>
        <mxCell id="In8fDh9ZLN2M87an2Miy-105" parent="1" style="rounded=0;whiteSpace=wrap;html=1;" value="Scheduler" vertex="1">
          <mxGeometry height="60" width="120" x="3119.5" y="1397.5" as="geometry" />
        </mxCell>
        <mxCell id="In8fDh9ZLN2M87an2Miy-127" edge="1" parent="1" source="In8fDh9ZLN2M87an2Miy-111" style="edgeStyle=orthogonalEdgeStyle;rounded=0;orthogonalLoop=1;jettySize=auto;html=1;" target="In8fDh9ZLN2M87an2Miy-126" value="">
          <mxGeometry relative="1" as="geometry" />
        </mxCell>
        <mxCell id="In8fDh9ZLN2M87an2Miy-135" edge="1" parent="1" source="In8fDh9ZLN2M87an2Miy-111" style="edgeStyle=orthogonalEdgeStyle;rounded=0;orthogonalLoop=1;jettySize=auto;html=1;entryX=0;entryY=0.5;entryDx=0;entryDy=0;" target="In8fDh9ZLN2M87an2Miy-222">
          <mxGeometry relative="1" as="geometry">
            <mxPoint x="4520" y="2280" as="targetPoint" />
          </mxGeometry>
        </mxCell>
        <mxCell id="In8fDh9ZLN2M87an2Miy-111" parent="1" style="rhombus;whiteSpace=wrap;html=1;" value="loan -&amp;gt; casa exists" vertex="1">
          <mxGeometry height="180" width="166.25" x="4219.5" y="2190" as="geometry" />
        </mxCell>
        <mxCell id="In8fDh9ZLN2M87an2Miy-113" parent="1" style="whiteSpace=wrap;html=1;" value="status = approved&lt;br&gt;processed_at = now&lt;br&gt;release held_amount&lt;br&gt;create loan" vertex="1">
          <mxGeometry height="72.5" width="130" x="5329.37" y="2243.75" as="geometry" />
        </mxCell>
        <mxCell id="In8fDh9ZLN2M87an2Miy-122" edge="1" parent="1" source="In8fDh9ZLN2M87an2Miy-118" style="edgeStyle=orthogonalEdgeStyle;rounded=0;orthogonalLoop=1;jettySize=auto;html=1;" target="In8fDh9ZLN2M87an2Miy-121" value="">
          <mxGeometry relative="1" as="geometry" />
        </mxCell>
        <mxCell id="In8fDh9ZLN2M87an2Miy-118" parent="1" style="whiteSpace=wrap;html=1;" value="row lock&lt;br&gt;loan_application" vertex="1">
          <mxGeometry height="60" width="120" x="4069.5" y="1402.5" as="geometry" />
        </mxCell>
        <mxCell id="In8fDh9ZLN2M87an2Miy-124" edge="1" parent="1" source="In8fDh9ZLN2M87an2Miy-121" style="edgeStyle=orthogonalEdgeStyle;rounded=0;orthogonalLoop=1;jettySize=auto;html=1;" target="In8fDh9ZLN2M87an2Miy-123" value="">
          <mxGeometry relative="1" as="geometry" />
        </mxCell>
        <mxCell id="In8fDh9ZLN2M87an2Miy-125" edge="1" parent="1" source="In8fDh9ZLN2M87an2Miy-121" style="edgeStyle=orthogonalEdgeStyle;rounded=0;orthogonalLoop=1;jettySize=auto;html=1;entryX=0.5;entryY=0;entryDx=0;entryDy=0;" target="In8fDh9ZLN2M87an2Miy-69">
          <mxGeometry relative="1" as="geometry" />
        </mxCell>
        <mxCell id="In8fDh9ZLN2M87an2Miy-121" parent="1" style="rhombus;whiteSpace=wrap;html=1;" value="processed_at &lt;br&gt;is not null" vertex="1">
          <mxGeometry height="115" width="110" x="4249.5" y="1375" as="geometry" />
        </mxCell>
        <mxCell id="In8fDh9ZLN2M87an2Miy-123" parent="1" style="whiteSpace=wrap;html=1;" value="skip processing" vertex="1">
          <mxGeometry height="60" width="120" x="4434.5" y="1402.5" as="geometry" />
        </mxCell>
        <mxCell id="In8fDh9ZLN2M87an2Miy-216" edge="1" parent="1" source="In8fDh9ZLN2M87an2Miy-126" style="edgeStyle=orthogonalEdgeStyle;rounded=0;orthogonalLoop=1;jettySize=auto;html=1;entryX=0.5;entryY=0;entryDx=0;entryDy=0;" target="In8fDh9ZLN2M87an2Miy-214">
          <mxGeometry relative="1" as="geometry" />
        </mxCell>
        <mxCell id="In8fDh9ZLN2M87an2Miy-126" parent="1" style="whiteSpace=wrap;html=1;" value="polaris&lt;br&gt;/loan/&lt;span style=&quot;white-space: pre-wrap; color: rgb(33, 33, 33); font-family: Inter, system-ui, -apple-system, &amp;quot;system-ui&amp;quot;, &amp;quot;Segoe UI&amp;quot;, Roboto, Oxygen, Ubuntu, Cantarell, &amp;quot;Fira Sans&amp;quot;, &amp;quot;Droid Sans&amp;quot;, Helvetica, Arial, sans-serif; text-align: left; background-color: rgb(255, 255, 255);&quot;&gt;grantLoanNonCash&lt;/span&gt;" vertex="1">
          <mxGeometry height="60" width="157.38" x="4223.93" y="2440" as="geometry" />
        </mxCell>
        <mxCell id="In8fDh9ZLN2M87an2Miy-130" parent="1" style="rounded=0;whiteSpace=wrap;html=1;fontSize=21;" value="WHERE TO TRIGGER CGW???" vertex="1">
          <mxGeometry height="290" width="450.63" x="5420" y="2815" as="geometry" />
        </mxCell>
        <mxCell id="In8fDh9ZLN2M87an2Miy-133" edge="1" parent="1" source="In8fDh9ZLN2M87an2Miy-131" style="edgeStyle=orthogonalEdgeStyle;rounded=0;orthogonalLoop=1;jettySize=auto;html=1;" target="In8fDh9ZLN2M87an2Miy-88" value="">
          <mxGeometry relative="1" as="geometry" />
        </mxCell>
        <mxCell id="In8fDh9ZLN2M87an2Miy-131" parent="1" style="whiteSpace=wrap;html=1;" value="processed_at = now" vertex="1">
          <mxGeometry height="60" width="120" x="5616.37" y="1942.5" as="geometry" />
        </mxCell>
        <mxCell id="In8fDh9ZLN2M87an2Miy-141" edge="1" parent="1" source="In8fDh9ZLN2M87an2Miy-134" style="edgeStyle=orthogonalEdgeStyle;rounded=0;orthogonalLoop=1;jettySize=auto;html=1;entryX=0;entryY=0.5;entryDx=0;entryDy=0;" target="In8fDh9ZLN2M87an2Miy-139">
          <mxGeometry relative="1" as="geometry" />
        </mxCell>
        <mxCell id="In8fDh9ZLN2M87an2Miy-145" edge="1" parent="1" source="In8fDh9ZLN2M87an2Miy-134" style="edgeStyle=orthogonalEdgeStyle;rounded=0;orthogonalLoop=1;jettySize=auto;html=1;" target="In8fDh9ZLN2M87an2Miy-144" value="">
          <mxGeometry relative="1" as="geometry" />
        </mxCell>
        <mxCell id="In8fDh9ZLN2M87an2Miy-134" parent="1" style="rhombus;whiteSpace=wrap;html=1;" value="casa -&amp;gt; domestic (CGW)&lt;br&gt;exists?" vertex="1">
          <mxGeometry height="180" width="190" x="4860" y="2190" as="geometry" />
        </mxCell>
        <mxCell id="In8fDh9ZLN2M87an2Miy-142" edge="1" parent="1" source="In8fDh9ZLN2M87an2Miy-139" style="edgeStyle=orthogonalEdgeStyle;rounded=0;orthogonalLoop=1;jettySize=auto;html=1;entryX=0;entryY=0.5;entryDx=0;entryDy=0;" target="In8fDh9ZLN2M87an2Miy-113">
          <mxGeometry relative="1" as="geometry" />
        </mxCell>
        <mxCell id="In8fDh9ZLN2M87an2Miy-227" edge="1" parent="1" source="In8fDh9ZLN2M87an2Miy-139" style="edgeStyle=orthogonalEdgeStyle;rounded=0;orthogonalLoop=1;jettySize=auto;html=1;entryX=1;entryY=0.5;entryDx=0;entryDy=0;" target="In8fDh9ZLN2M87an2Miy-225">
          <mxGeometry relative="1" as="geometry">
            <Array as="points">
              <mxPoint x="5196" y="2460" />
            </Array>
          </mxGeometry>
        </mxCell>
        <mxCell id="In8fDh9ZLN2M87an2Miy-139" parent="1" style="rhombus;whiteSpace=wrap;html=1;" value="casa -&amp;gt; domestic (CGW)&lt;br&gt;amount match" vertex="1">
          <mxGeometry height="180" width="172.5" x="5110" y="2190" as="geometry" />
        </mxCell>
        <mxCell id="In8fDh9ZLN2M87an2Miy-147" edge="1" parent="1" source="In8fDh9ZLN2M87an2Miy-144" style="edgeStyle=orthogonalEdgeStyle;rounded=0;orthogonalLoop=1;jettySize=auto;html=1;" target="In8fDh9ZLN2M87an2Miy-146" value="">
          <mxGeometry relative="1" as="geometry" />
        </mxCell>
        <mxCell id="In8fDh9ZLN2M87an2Miy-144" parent="1" style="whiteSpace=wrap;html=1;" value="Trigger CGW" vertex="1">
          <mxGeometry height="60" width="120" x="4895" y="2510" as="geometry" />
        </mxCell>
        <mxCell id="In8fDh9ZLN2M87an2Miy-148" edge="1" parent="1" source="In8fDh9ZLN2M87an2Miy-146" style="edgeStyle=orthogonalEdgeStyle;rounded=0;orthogonalLoop=1;jettySize=auto;html=1;entryX=0.5;entryY=1;entryDx=0;entryDy=0;" target="In8fDh9ZLN2M87an2Miy-113">
          <mxGeometry relative="1" as="geometry" />
        </mxCell>
        <mxCell id="In8fDh9ZLN2M87an2Miy-150" edge="1" parent="1" source="In8fDh9ZLN2M87an2Miy-146" style="edgeStyle=orthogonalEdgeStyle;rounded=0;orthogonalLoop=1;jettySize=auto;html=1;" target="In8fDh9ZLN2M87an2Miy-149" value="">
          <mxGeometry relative="1" as="geometry" />
        </mxCell>
        <mxCell id="In8fDh9ZLN2M87an2Miy-146" parent="1" style="rhombus;whiteSpace=wrap;html=1;" value="200" vertex="1">
          <mxGeometry height="80" width="80" x="5115" y="2500" as="geometry" />
        </mxCell>
        <mxCell id="In8fDh9ZLN2M87an2Miy-149" parent="1" style="whiteSpace=wrap;html=1;" value="next_retry_at = now + 5min" vertex="1">
          <mxGeometry height="60" width="155" x="5077.5" y="2650" as="geometry" />
        </mxCell>
        <mxCell id="In8fDh9ZLN2M87an2Miy-176" edge="1" parent="1" source="In8fDh9ZLN2M87an2Miy-152" style="edgeStyle=orthogonalEdgeStyle;rounded=0;orthogonalLoop=1;jettySize=auto;html=1;" target="In8fDh9ZLN2M87an2Miy-175" value="">
          <mxGeometry relative="1" as="geometry" />
        </mxCell>
        <mxCell id="In8fDh9ZLN2M87an2Miy-244" edge="1" parent="1" source="In8fDh9ZLN2M87an2Miy-152" style="edgeStyle=orthogonalEdgeStyle;rounded=0;orthogonalLoop=1;jettySize=auto;html=1;entryX=0;entryY=0.5;entryDx=0;entryDy=0;" target="In8fDh9ZLN2M87an2Miy-162">
          <mxGeometry relative="1" as="geometry" />
        </mxCell>
        <mxCell id="In8fDh9ZLN2M87an2Miy-152" parent="1" style="rhombus;whiteSpace=wrap;html=1;" value="loan_application.amount &amp;lt;= line.available_amount" vertex="1">
          <mxGeometry height="190" width="230" x="1000" y="1040" as="geometry" />
        </mxCell>
        <mxCell id="In8fDh9ZLN2M87an2Miy-158" edge="1" parent="1" source="In8fDh9ZLN2M87an2Miy-247" style="edgeStyle=orthogonalEdgeStyle;rounded=0;orthogonalLoop=1;jettySize=auto;html=1;entryX=0;entryY=0.5;entryDx=0;entryDy=0;exitX=0.989;exitY=0.096;exitDx=0;exitDy=0;exitPerimeter=0;" target="In8fDh9ZLN2M87an2Miy-157">
          <mxGeometry relative="1" as="geometry">
            <mxPoint x="2300" y="1137.5714285714284" as="sourcePoint" />
          </mxGeometry>
        </mxCell>
        <mxCell id="In8fDh9ZLN2M87an2Miy-177" edge="1" parent="1" style="edgeStyle=orthogonalEdgeStyle;rounded=0;orthogonalLoop=1;jettySize=auto;html=1;entryX=0;entryY=0.5;entryDx=0;entryDy=0;">
          <mxGeometry relative="1" as="geometry">
            <Array as="points">
-               <mxPoint x="2400" y="1424.5" />
+               <mxPoint x="2410" y="1165" />
+               <mxPoint x="2410" y="1425" />
            </Array>
            <mxPoint x="2400" y="1165" as="sourcePoint" />
            <mxPoint x="3119.5" y="1425" as="targetPoint" />
          </mxGeometry>
        </mxCell>
        <mxCell id="In8fDh9ZLN2M87an2Miy-192" connectable="0" parent="In8fDh9ZLN2M87an2Miy-177" style="edgeLabel;html=1;align=center;verticalAlign=middle;resizable=0;points=[];" value="return warning?,&lt;br&gt;row is not scheduler&#39;s task&lt;div&gt;&lt;br&gt;&lt;/div&gt;" vertex="1">
          <mxGeometry relative="1" x="-0.7641" as="geometry">
            <mxPoint y="1" as="offset" />
          </mxGeometry>
        </mxCell>
        <mxCell id="In8fDh9ZLN2M87an2Miy-157" parent="1" style="rhombus;whiteSpace=wrap;html=1;" value="all&lt;br&gt;200" vertex="1">
          <mxGeometry height="80" width="80" x="2370" y="1097.5" as="geometry" />
        </mxCell>
        <mxCell id="In8fDh9ZLN2M87an2Miy-243" edge="1" parent="1" source="In8fDh9ZLN2M87an2Miy-161" style="edgeStyle=orthogonalEdgeStyle;rounded=0;orthogonalLoop=1;jettySize=auto;html=1;entryX=0;entryY=0.5;entryDx=0;entryDy=0;" target="In8fDh9ZLN2M87an2Miy-152">
          <mxGeometry relative="1" as="geometry" />
        </mxCell>
        <mxCell id="In8fDh9ZLN2M87an2Miy-161" parent="1" style="rounded=0;whiteSpace=wrap;html=1;" value="loan account row lock" vertex="1">
          <mxGeometry height="60" width="145" x="735" y="1105" as="geometry" />
        </mxCell>
        <mxCell id="In8fDh9ZLN2M87an2Miy-165" edge="1" parent="1" source="In8fDh9ZLN2M87an2Miy-162" style="edgeStyle=orthogonalEdgeStyle;rounded=0;orthogonalLoop=1;jettySize=auto;html=1;" target="In8fDh9ZLN2M87an2Miy-12">
          <mxGeometry relative="1" as="geometry" />
        </mxCell>
        <mxCell id="In8fDh9ZLN2M87an2Miy-162" parent="1" style="rounded=0;whiteSpace=wrap;html=1;" value="&lt;span style=&quot;font-weight: 700; text-align: left;&quot;&gt;ROWLOCK - loan_limits.held_amount += amount&lt;/span&gt;" vertex="1">
          <mxGeometry height="60" width="215" x="1345" y="1105" as="geometry" />
        </mxCell>
        <mxCell id="In8fDh9ZLN2M87an2Miy-184" edge="1" parent="1" source="In8fDh9ZLN2M87an2Miy-166" style="edgeStyle=orthogonalEdgeStyle;rounded=0;orthogonalLoop=1;jettySize=auto;html=1;" target="In8fDh9ZLN2M87an2Miy-183" value="">
          <mxGeometry relative="1" as="geometry" />
        </mxCell>
        <mxCell id="In8fDh9ZLN2M87an2Miy-166" parent="1" style="swimlane;fontStyle=0;childLayout=stackLayout;horizontal=1;startSize=30;horizontalStack=0;resizeParent=1;resizeParentMax=0;resizeLast=0;collapsible=1;marginBottom=0;whiteSpace=wrap;html=1;" value="Loan issued" vertex="1">
          <mxGeometry height="150" width="210" x="2590" y="1115" as="geometry" />
        </mxCell>
        <mxCell id="In8fDh9ZLN2M87an2Miy-167" parent="In8fDh9ZLN2M87an2Miy-166" style="text;strokeColor=none;fillColor=none;align=left;verticalAlign=middle;spacingLeft=4;spacingRight=4;overflow=hidden;points=[[0,0.5],[1,0.5]];portConstraint=eastwest;rotatable=0;whiteSpace=wrap;html=1;" value="loan_application = approved" vertex="1">
          <mxGeometry height="30" width="210" y="30" as="geometry" />
        </mxCell>
        <mxCell id="In8fDh9ZLN2M87an2Miy-168" parent="In8fDh9ZLN2M87an2Miy-166" style="text;strokeColor=none;fillColor=none;align=left;verticalAlign=middle;spacingLeft=4;spacingRight=4;overflow=hidden;points=[[0,0.5],[1,0.5]];portConstraint=eastwest;rotatable=0;whiteSpace=wrap;html=1;" value="create loan" vertex="1">
          <mxGeometry height="30" width="210" y="60" as="geometry" />
        </mxCell>
        <mxCell id="In8fDh9ZLN2M87an2Miy-169" parent="In8fDh9ZLN2M87an2Miy-166" style="text;strokeColor=none;fillColor=none;align=left;verticalAlign=middle;spacingLeft=4;spacingRight=4;overflow=hidden;points=[[0,0.5],[1,0.5]];portConstraint=eastwest;rotatable=0;whiteSpace=wrap;html=1;" value="release lock" vertex="1">
          <mxGeometry height="30" width="210" y="90" as="geometry" />
        </mxCell>
        <mxCell id="In8fDh9ZLN2M87an2Miy-191" parent="In8fDh9ZLN2M87an2Miy-166" style="text;strokeColor=none;fillColor=none;align=left;verticalAlign=middle;spacingLeft=4;spacingRight=4;overflow=hidden;points=[[0,0.5],[1,0.5]];portConstraint=eastwest;rotatable=0;whiteSpace=wrap;html=1;" value="processed_at = now" vertex="1">
          <mxGeometry height="30" width="210" y="120" as="geometry" />
        </mxCell>
        <mxCell id="In8fDh9ZLN2M87an2Miy-170" edge="1" parent="1" source="In8fDh9ZLN2M87an2Miy-157" style="edgeStyle=orthogonalEdgeStyle;rounded=0;orthogonalLoop=1;jettySize=auto;html=1;entryX=0.003;entryY=0.156;entryDx=0;entryDy=0;entryPerimeter=0;" target="In8fDh9ZLN2M87an2Miy-166">
          <mxGeometry relative="1" as="geometry" />
        </mxCell>
        <mxCell id="In8fDh9ZLN2M87an2Miy-174" parent="1" style="text;html=1;whiteSpace=wrap;strokeColor=none;fillColor=none;align=center;verticalAlign=middle;rounded=0;" value="&lt;div style=&quot;background-color:#ffffff;color:#080808&quot;&gt;&lt;pre style=&quot;font-family:&#39;JetBrains Mono&#39;,monospace;font-size:9.8pt;&quot;&gt;&lt;span style=&quot;color:#9e880d;&quot;&gt;@Transactional&lt;/span&gt;(propagation = &lt;span style=&quot;color:#000000;&quot;&gt;Propagation&lt;/span&gt;.&lt;span style=&quot;color:#871094;font-style:italic;&quot;&gt;REQUIRES_NEW&lt;/span&gt;)&lt;/pre&gt;&lt;/div&gt;" vertex="1">
          <mxGeometry height="30" width="240" x="1010" y="980" as="geometry" />
        </mxCell>
        <mxCell id="In8fDh9ZLN2M87an2Miy-175" parent="1" style="whiteSpace=wrap;html=1;" value="Rollback, return error" vertex="1">
          <mxGeometry height="60" width="132.5" x="1048.75" y="1352.5" as="geometry" />
        </mxCell>
        <mxCell id="In8fDh9ZLN2M87an2Miy-186" edge="1" parent="1" source="In8fDh9ZLN2M87an2Miy-183" style="edgeStyle=orthogonalEdgeStyle;rounded=0;orthogonalLoop=1;jettySize=auto;html=1;" target="In8fDh9ZLN2M87an2Miy-185" value="">
          <mxGeometry relative="1" as="geometry" />
        </mxCell>
        <mxCell id="In8fDh9ZLN2M87an2Miy-187" edge="1" parent="1" source="In8fDh9ZLN2M87an2Miy-183" style="edgeStyle=orthogonalEdgeStyle;rounded=0;orthogonalLoop=1;jettySize=auto;html=1;" target="In8fDh9ZLN2M87an2Miy-105">
          <mxGeometry relative="1" as="geometry">
            <Array as="points">
              <mxPoint x="2995" y="1427" />
            </Array>
          </mxGeometry>
        </mxCell>
        <mxCell id="In8fDh9ZLN2M87an2Miy-195" connectable="0" parent="In8fDh9ZLN2M87an2Miy-187" style="edgeLabel;html=1;align=center;verticalAlign=middle;resizable=0;points=[];" value="return warning?,&lt;br&gt;row is not scheduler&#39;s task&lt;div&gt;&lt;br&gt;&lt;/div&gt;" vertex="1">
          <mxGeometry relative="1" x="-0.5656" y="1" as="geometry">
            <mxPoint as="offset" />
          </mxGeometry>
        </mxCell>
        <mxCell id="In8fDh9ZLN2M87an2Miy-183" parent="1" style="rhombus;whiteSpace=wrap;html=1;fontStyle=0;startSize=30;horizontal=1;" value="db transaction success?" vertex="1">
          <mxGeometry height="135" width="130" x="2930" y="1122.5" as="geometry" />
        </mxCell>
        <mxCell id="In8fDh9ZLN2M87an2Miy-185" parent="1" style="whiteSpace=wrap;html=1;fontStyle=0;startSize=30;horizontal=1;" value="return success to client" vertex="1">
          <mxGeometry height="60" width="120" x="3145" y="1160" as="geometry" />
        </mxCell>
        <mxCell id="In8fDh9ZLN2M87an2Miy-189" parent="1" style="text;html=1;whiteSpace=wrap;strokeColor=none;fillColor=none;align=center;verticalAlign=middle;rounded=0;fontSize=26;" value="&lt;div style=&quot;background-color:#ffffff;color:#080808&quot;&gt;&lt;pre style=&quot;font-family: &amp;quot;JetBrains Mono&amp;quot;, monospace;&quot;&gt;&lt;span style=&quot;color:#9e880d;&quot;&gt;@Transactional&lt;/span&gt;(propagation = &lt;span style=&quot;color:#000000;&quot;&gt;Propagation&lt;/span&gt;.&lt;span style=&quot;color:#871094;font-style:italic;&quot;&gt;REQUIRES_NEW&lt;/span&gt;)&lt;/pre&gt;&lt;/div&gt;" vertex="1">
          <mxGeometry height="30" width="240" x="4918.87" y="1265" as="geometry" />
        </mxCell>
        <mxCell id="In8fDh9ZLN2M87an2Miy-198" parent="1" style="text;html=1;whiteSpace=wrap;strokeColor=none;fillColor=none;align=center;verticalAlign=middle;rounded=0;fontSize=32;" value="BNPL request flow" vertex="1">
          <mxGeometry height="30" width="470" x="-80" y="2930" as="geometry" />
        </mxCell>
        <mxCell id="In8fDh9ZLN2M87an2Miy-199" edge="1" parent="1" source="In8fDh9ZLN2M87an2Miy-200" style="edgeStyle=orthogonalEdgeStyle;rounded=0;orthogonalLoop=1;jettySize=auto;html=1;" target="In8fDh9ZLN2M87an2Miy-202" value="">
          <mxGeometry relative="1" as="geometry" />
        </mxCell>
        <mxCell id="In8fDh9ZLN2M87an2Miy-200" parent="1" style="shape=umlActor;verticalLabelPosition=bottom;verticalAlign=top;html=1;outlineConnect=0;" value="Actor" vertex="1">
          <mxGeometry height="60" width="30" x="20" y="3135" as="geometry" />
        </mxCell>
        <mxCell id="In8fDh9ZLN2M87an2Miy-201" edge="1" parent="1" source="In8fDh9ZLN2M87an2Miy-202" style="edgeStyle=orthogonalEdgeStyle;rounded=0;orthogonalLoop=1;jettySize=auto;html=1;entryX=0.011;entryY=0.06;entryDx=0;entryDy=0;entryPerimeter=0;" target="In8fDh9ZLN2M87an2Miy-209" value="">
          <mxGeometry relative="1" as="geometry">
            <mxPoint x="440" y="3165" as="targetPoint" />
          </mxGeometry>
        </mxCell>
        <mxCell id="In8fDh9ZLN2M87an2Miy-202" parent="1" style="whiteSpace=wrap;html=1;verticalAlign=top;" value="&lt;div&gt;&lt;br&gt;&lt;/div&gt;&lt;div&gt;One tap loan&lt;/div&gt;" vertex="1">
          <mxGeometry height="60" width="120" x="230" y="3135" as="geometry" />
        </mxCell>
        <mxCell id="In8fDh9ZLN2M87an2Miy-203" edge="1" parent="1" source="In8fDh9ZLN2M87an2Miy-205" style="edgeStyle=orthogonalEdgeStyle;rounded=0;orthogonalLoop=1;jettySize=auto;html=1;" target="In8fDh9ZLN2M87an2Miy-206" value="">
          <mxGeometry relative="1" as="geometry" />
        </mxCell>
        <mxCell id="In8fDh9ZLN2M87an2Miy-204" connectable="0" parent="In8fDh9ZLN2M87an2Miy-203" style="edgeLabel;html=1;align=center;verticalAlign=middle;resizable=0;points=[];" value="0" vertex="1">
          <mxGeometry relative="1" x="-0.2091" y="-1" as="geometry">
            <mxPoint as="offset" />
          </mxGeometry>
        </mxCell>
        <mxCell id="In8fDh9ZLN2M87an2Miy-213" edge="1" parent="1" source="In8fDh9ZLN2M87an2Miy-205" style="edgeStyle=orthogonalEdgeStyle;rounded=0;orthogonalLoop=1;jettySize=auto;html=1;" target="In8fDh9ZLN2M87an2Miy-212" value="">
          <mxGeometry relative="1" as="geometry" />
        </mxCell>
        <mxCell id="In8fDh9ZLN2M87an2Miy-205" parent="1" style="rhombus;whiteSpace=wrap;html=1;verticalAlign=top;" value="&lt;br&gt;&lt;br&gt;&lt;div&gt;&lt;br&gt;&lt;/div&gt;&lt;div&gt;Loan validation&lt;br&gt;success&lt;/div&gt;" vertex="1">
          <mxGeometry height="120" width="140" x="720" y="3105" as="geometry" />
        </mxCell>
        <mxCell id="In8fDh9ZLN2M87an2Miy-206" parent="1" style="whiteSpace=wrap;html=1;verticalAlign=middle;" value="Return err message" vertex="1">
          <mxGeometry height="60" width="120" x="730" y="3305" as="geometry" />
        </mxCell>
        <mxCell id="In8fDh9ZLN2M87an2Miy-207" edge="1" parent="1" source="In8fDh9ZLN2M87an2Miy-208" style="edgeStyle=orthogonalEdgeStyle;rounded=0;orthogonalLoop=1;jettySize=auto;html=1;entryX=0;entryY=0.5;entryDx=0;entryDy=0;" target="In8fDh9ZLN2M87an2Miy-205">
          <mxGeometry relative="1" as="geometry" />
        </mxCell>
        <mxCell id="In8fDh9ZLN2M87an2Miy-208" parent="1" style="swimlane;fontStyle=0;childLayout=stackLayout;horizontal=1;startSize=30;horizontalStack=0;resizeParent=1;resizeParentMax=0;resizeLast=0;collapsible=1;marginBottom=0;whiteSpace=wrap;html=1;" value="Validations" vertex="1">
          <mxGeometry height="120" width="140" x="460" y="3135" as="geometry" />
        </mxCell>
        <mxCell id="In8fDh9ZLN2M87an2Miy-209" parent="In8fDh9ZLN2M87an2Miy-208" style="text;strokeColor=none;fillColor=none;align=left;verticalAlign=middle;spacingLeft=4;spacingRight=4;overflow=hidden;points=[[0,0.5],[1,0.5]];portConstraint=eastwest;rotatable=0;whiteSpace=wrap;html=1;" value="user status" vertex="1">
          <mxGeometry height="30" width="140" y="30" as="geometry" />
        </mxCell>
        <mxCell id="In8fDh9ZLN2M87an2Miy-210" parent="In8fDh9ZLN2M87an2Miy-208" style="text;strokeColor=none;fillColor=none;align=left;verticalAlign=middle;spacingLeft=4;spacingRight=4;overflow=hidden;points=[[0,0.5],[1,0.5]];portConstraint=eastwest;rotatable=0;whiteSpace=wrap;html=1;" value="kyc status" vertex="1">
          <mxGeometry height="30" width="140" y="60" as="geometry" />
        </mxCell>
        <mxCell id="In8fDh9ZLN2M87an2Miy-211" parent="In8fDh9ZLN2M87an2Miy-208" style="text;strokeColor=none;fillColor=none;align=left;verticalAlign=middle;spacingLeft=4;spacingRight=4;overflow=hidden;points=[[0,0.5],[1,0.5]];portConstraint=eastwest;rotatable=0;whiteSpace=wrap;html=1;" value="loan limit status" vertex="1">
          <mxGeometry height="30" width="140" y="90" as="geometry" />
        </mxCell>
        <mxCell id="In8fDh9ZLN2M87an2Miy-212" parent="1" style="whiteSpace=wrap;html=1;verticalAlign=middle;" value="Same as one-tap ??" vertex="1">
          <mxGeometry height="60" width="120" x="950" y="3135" as="geometry" />
        </mxCell>
        <mxCell id="In8fDh9ZLN2M87an2Miy-218" edge="1" parent="1" source="In8fDh9ZLN2M87an2Miy-214" style="edgeStyle=orthogonalEdgeStyle;rounded=0;orthogonalLoop=1;jettySize=auto;html=1;entryX=0;entryY=0.5;entryDx=0;entryDy=0;" target="In8fDh9ZLN2M87an2Miy-134">
          <mxGeometry relative="1" as="geometry">
            <Array as="points">
              <mxPoint x="4860" y="2630" />
            </Array>
          </mxGeometry>
        </mxCell>
        <mxCell id="In8fDh9ZLN2M87an2Miy-221" edge="1" parent="1" source="In8fDh9ZLN2M87an2Miy-214" style="edgeStyle=orthogonalEdgeStyle;rounded=0;orthogonalLoop=1;jettySize=auto;html=1;entryX=0;entryY=0.5;entryDx=0;entryDy=0;" target="In8fDh9ZLN2M87an2Miy-149">
          <mxGeometry relative="1" as="geometry">
            <Array as="points">
              <mxPoint x="4303" y="2680" />
            </Array>
          </mxGeometry>
        </mxCell>
        <mxCell id="In8fDh9ZLN2M87an2Miy-214" parent="1" style="rhombus;whiteSpace=wrap;html=1;" value="200" vertex="1">
          <mxGeometry height="80" width="80" x="4262.62" y="2590" as="geometry" />
        </mxCell>
        <mxCell id="In8fDh9ZLN2M87an2Miy-223" edge="1" parent="1" source="In8fDh9ZLN2M87an2Miy-222" style="edgeStyle=orthogonalEdgeStyle;rounded=0;orthogonalLoop=1;jettySize=auto;html=1;" target="In8fDh9ZLN2M87an2Miy-134">
          <mxGeometry relative="1" as="geometry" />
        </mxCell>
        <mxCell id="In8fDh9ZLN2M87an2Miy-226" edge="1" parent="1" source="In8fDh9ZLN2M87an2Miy-222" style="edgeStyle=orthogonalEdgeStyle;rounded=0;orthogonalLoop=1;jettySize=auto;html=1;" target="In8fDh9ZLN2M87an2Miy-225" value="">
          <mxGeometry relative="1" as="geometry" />
        </mxCell>
        <mxCell id="In8fDh9ZLN2M87an2Miy-222" parent="1" style="rhombus;whiteSpace=wrap;html=1;" value="loan -&amp;gt; casa &lt;br&gt;amount match" vertex="1">
          <mxGeometry height="156.25" width="155" x="4561.37" y="2201.88" as="geometry" />
        </mxCell>
        <mxCell id="In8fDh9ZLN2M87an2Miy-225" parent="1" style="whiteSpace=wrap;html=1;" value="status = manual_review??" vertex="1">
          <mxGeometry height="60" width="120" x="4578.87" y="2429.995" as="geometry" />
        </mxCell>
        <mxCell id="In8fDh9ZLN2M87an2Miy-234" edge="1" parent="1" source="In8fDh9ZLN2M87an2Miy-228" style="edgeStyle=orthogonalEdgeStyle;rounded=0;orthogonalLoop=1;jettySize=auto;html=1;" target="In8fDh9ZLN2M87an2Miy-233" value="">
          <mxGeometry relative="1" as="geometry" />
        </mxCell>
        <mxCell id="In8fDh9ZLN2M87an2Miy-245" edge="1" parent="1" source="In8fDh9ZLN2M87an2Miy-228" style="edgeStyle=orthogonalEdgeStyle;rounded=0;orthogonalLoop=1;jettySize=auto;html=1;entryX=0;entryY=0.5;entryDx=0;entryDy=0;" target="In8fDh9ZLN2M87an2Miy-161">
          <mxGeometry relative="1" as="geometry" />
        </mxCell>
        <mxCell id="In8fDh9ZLN2M87an2Miy-228" parent="1" style="rhombus;whiteSpace=wrap;html=1;" value="Polaris&lt;br&gt;/line/&lt;span style=&quot;color: rgb(33, 33, 33); font-family: Inter, system-ui, -apple-system, &amp;quot;system-ui&amp;quot;, &amp;quot;Segoe UI&amp;quot;, Roboto, Oxygen, Ubuntu, Cantarell, &amp;quot;Fira Sans&amp;quot;, &amp;quot;Droid Sans&amp;quot;, Helvetica, Arial, sans-serif; text-align: left; white-space: pre-wrap; background-color: rgb(255, 255, 255);&quot;&gt;getAccountDetail&lt;/span&gt;&lt;br&gt;200" vertex="1">
          <mxGeometry height="225" width="260" x="190" y="1020" as="geometry" />
        </mxCell>
        <mxCell id="In8fDh9ZLN2M87an2Miy-236" edge="1" parent="1" source="In8fDh9ZLN2M87an2Miy-233" style="edgeStyle=orthogonalEdgeStyle;rounded=0;orthogonalLoop=1;jettySize=auto;html=1;" target="In8fDh9ZLN2M87an2Miy-235" value="">
          <mxGeometry relative="1" as="geometry" />
        </mxCell>
        <mxCell id="In8fDh9ZLN2M87an2Miy-242" edge="1" parent="1" source="In8fDh9ZLN2M87an2Miy-233" style="edgeStyle=orthogonalEdgeStyle;rounded=0;orthogonalLoop=1;jettySize=auto;html=1;entryX=0;entryY=0.5;entryDx=0;entryDy=0;" target="In8fDh9ZLN2M87an2Miy-241" value="">
          <mxGeometry relative="1" as="geometry">
            <mxPoint x="390" y="1372.5" as="targetPoint" />
          </mxGeometry>
        </mxCell>
        <mxCell id="In8fDh9ZLN2M87an2Miy-233" parent="1" style="rhombus;whiteSpace=wrap;html=1;" value="501" vertex="1">
          <mxGeometry height="80" width="80" x="280" y="1332.5" as="geometry" />
        </mxCell>
        <mxCell id="In8fDh9ZLN2M87an2Miy-238" edge="1" parent="1" source="In8fDh9ZLN2M87an2Miy-235" style="edgeStyle=orthogonalEdgeStyle;rounded=0;orthogonalLoop=1;jettySize=auto;html=1;entryX=0;entryY=0.5;entryDx=0;entryDy=0;" target="In8fDh9ZLN2M87an2Miy-237" value="">
          <mxGeometry relative="1" as="geometry">
            <mxPoint x="460" y="1555" as="targetPoint" />
          </mxGeometry>
        </mxCell>
        <mxCell id="In8fDh9ZLN2M87an2Miy-240" edge="1" parent="1" source="In8fDh9ZLN2M87an2Miy-235" style="edgeStyle=orthogonalEdgeStyle;rounded=0;orthogonalLoop=1;jettySize=auto;html=1;" target="In8fDh9ZLN2M87an2Miy-239" value="">
          <mxGeometry relative="1" as="geometry" />
        </mxCell>
        <mxCell id="In8fDh9ZLN2M87an2Miy-235" parent="1" style="rhombus;whiteSpace=wrap;html=1;" value="timeout, http err" vertex="1">
          <mxGeometry height="125" width="120" x="260" y="1492.5" as="geometry" />
        </mxCell>
        <mxCell id="In8fDh9ZLN2M87an2Miy-237" parent="1" style="whiteSpace=wrap;html=1;" value="return err msg&lt;br&gt;try again" vertex="1">
          <mxGeometry height="60" width="120" x="480" y="1525" as="geometry" />
        </mxCell>
        <mxCell id="In8fDh9ZLN2M87an2Miy-239" parent="1" style="whiteSpace=wrap;html=1;" value="return err msg&lt;br&gt;try again?" vertex="1">
          <mxGeometry height="60" width="120" x="260" y="1730" as="geometry" />
        </mxCell>
        <mxCell id="In8fDh9ZLN2M87an2Miy-241" parent="1" style="whiteSpace=wrap;html=1;" value="return err msg" vertex="1">
          <mxGeometry height="60" width="120" x="460" y="1345" as="geometry" />
        </mxCell>
        <mxCell id="In8fDh9ZLN2M87an2Miy-247" parent="1" style="swimlane;fontStyle=0;childLayout=stackLayout;horizontal=1;startSize=30;horizontalStack=0;resizeParent=1;resizeParentMax=0;resizeLast=0;collapsible=1;marginBottom=0;whiteSpace=wrap;html=1;" value="Call Polaris APIs in order:" vertex="1">
          <mxGeometry height="210" width="210" x="2090" y="1115" as="geometry" />
        </mxCell>
        <mxCell id="In8fDh9ZLN2M87an2Miy-248" parent="In8fDh9ZLN2M87an2Miy-247" style="text;strokeColor=none;fillColor=none;align=left;verticalAlign=middle;spacingLeft=4;spacingRight=4;overflow=hidden;points=[[0,0.5],[1,0.5]];portConstraint=eastwest;rotatable=0;whiteSpace=wrap;html=1;" value="&lt;span style=&quot;text-align: center;&quot;&gt;/loan/createAccount&lt;/span&gt;" vertex="1">
          <mxGeometry height="30" width="210" y="30" as="geometry" />
        </mxCell>
        <mxCell id="In8fDh9ZLN2M87an2Miy-249" parent="In8fDh9ZLN2M87an2Miy-247" style="text;strokeColor=none;fillColor=none;align=left;verticalAlign=middle;spacingLeft=4;spacingRight=4;overflow=hidden;points=[[0,0.5],[1,0.5]];portConstraint=eastwest;rotatable=0;whiteSpace=wrap;html=1;" value="&lt;span style=&quot;text-align: center; background-color: light-dark(#ffffff, var(--ge-dark-color, #121212));&quot;&gt;/loan/openAccount&lt;/span&gt;" vertex="1">
          <mxGeometry height="30" width="210" y="60" as="geometry" />
        </mxCell>
        <mxCell id="In8fDh9ZLN2M87an2Miy-250" parent="In8fDh9ZLN2M87an2Miy-247" style="text;strokeColor=none;fillColor=none;align=left;verticalAlign=middle;spacingLeft=4;spacingRight=4;overflow=hidden;points=[[0,0.5],[1,0.5]];portConstraint=eastwest;rotatable=0;whiteSpace=wrap;html=1;" value="&lt;span style=&quot;text-align: center;&quot;&gt;/loan/&lt;/span&gt;&lt;span style=&quot;background-color: rgb(252, 246, 219); color: rgb(0, 0, 0); font-family: &amp;quot;Anonymous Pro&amp;quot;, Menlo, Consolas, &amp;quot;Bitstream Vera Sans Mono&amp;quot;, &amp;quot;Courier New&amp;quot;, monospace; font-size: 0.9em;&quot;&gt;createNrsSchedule&lt;/span&gt;" vertex="1">
          <mxGeometry height="30" width="210" y="90" as="geometry" />
        </mxCell>
        <mxCell id="In8fDh9ZLN2M87an2Miy-251" parent="In8fDh9ZLN2M87an2Miy-247" style="text;strokeColor=none;fillColor=none;align=left;verticalAlign=middle;spacingLeft=4;spacingRight=4;overflow=hidden;points=[[0,0.5],[1,0.5]];portConstraint=eastwest;rotatable=0;whiteSpace=wrap;html=1;" value="&lt;span style=&quot;font-family: &amp;quot;Anonymous Pro&amp;quot;, Menlo, Consolas, &amp;quot;Bitstream Vera Sans Mono&amp;quot;, &amp;quot;Courier New&amp;quot;, monospace; font-size: 10.8px; white-space: pre-wrap;&quot;&gt;&lt;font style=&quot;color: light-dark(rgb(237, 237, 237), rgb(255, 255, 255));&quot;&gt;/line/linkLineAccountToLoan&lt;/font&gt;&lt;/span&gt;" vertex="1">
          <mxGeometry height="30" width="210" y="120" as="geometry" />
        </mxCell>
        <mxCell id="In8fDh9ZLN2M87an2Miy-256" parent="In8fDh9ZLN2M87an2Miy-247" style="text;strokeColor=none;fillColor=none;align=left;verticalAlign=middle;spacingLeft=4;spacingRight=4;overflow=hidden;points=[[0,0.5],[1,0.5]];portConstraint=eastwest;rotatable=0;whiteSpace=wrap;html=1;" value="&lt;span style=&quot;text-align: center;&quot;&gt;/loan/&lt;/span&gt;&lt;span style=&quot;white-space: pre-wrap; color: rgb(33, 33, 33); font-family: Inter, system-ui, -apple-system, &amp;quot;system-ui&amp;quot;, &amp;quot;Segoe UI&amp;quot;, Roboto, Oxygen, Ubuntu, Cantarell, &amp;quot;Fira Sans&amp;quot;, &amp;quot;Droid Sans&amp;quot;, Helvetica, Arial, sans-serif; background-color: rgb(255, 255, 255);&quot;&gt;grantLoanNonCash&lt;/span&gt;" vertex="1">
          <mxGeometry height="30" width="210" y="150" as="geometry" />
        </mxCell>
        <mxCell id="In8fDh9ZLN2M87an2Miy-255" parent="In8fDh9ZLN2M87an2Miy-247" style="text;strokeColor=none;fillColor=none;align=left;verticalAlign=middle;spacingLeft=4;spacingRight=4;overflow=hidden;points=[[0,0.5],[1,0.5]];portConstraint=eastwest;rotatable=0;whiteSpace=wrap;html=1;" value="&lt;font face=&quot;Inter, system-ui, -apple-system, system-ui, Segoe UI, Roboto, Oxygen, Ubuntu, Cantarell, Fira Sans, Droid Sans, Helvetica, Arial, sans-serif&quot; style=&quot;color: light-dark(rgb(188, 188, 188), rgb(255, 255, 255));&quot;&gt;&lt;span style=&quot;white-space-collapse: preserve;&quot;&gt;CGW Trigger&lt;/span&gt;&lt;/font&gt;" vertex="1">
          <mxGeometry height="30" width="210" y="180" as="geometry" />
        </mxCell>
      </root>
    </mxGraphModel>
  </diagram>
</mxfile>
